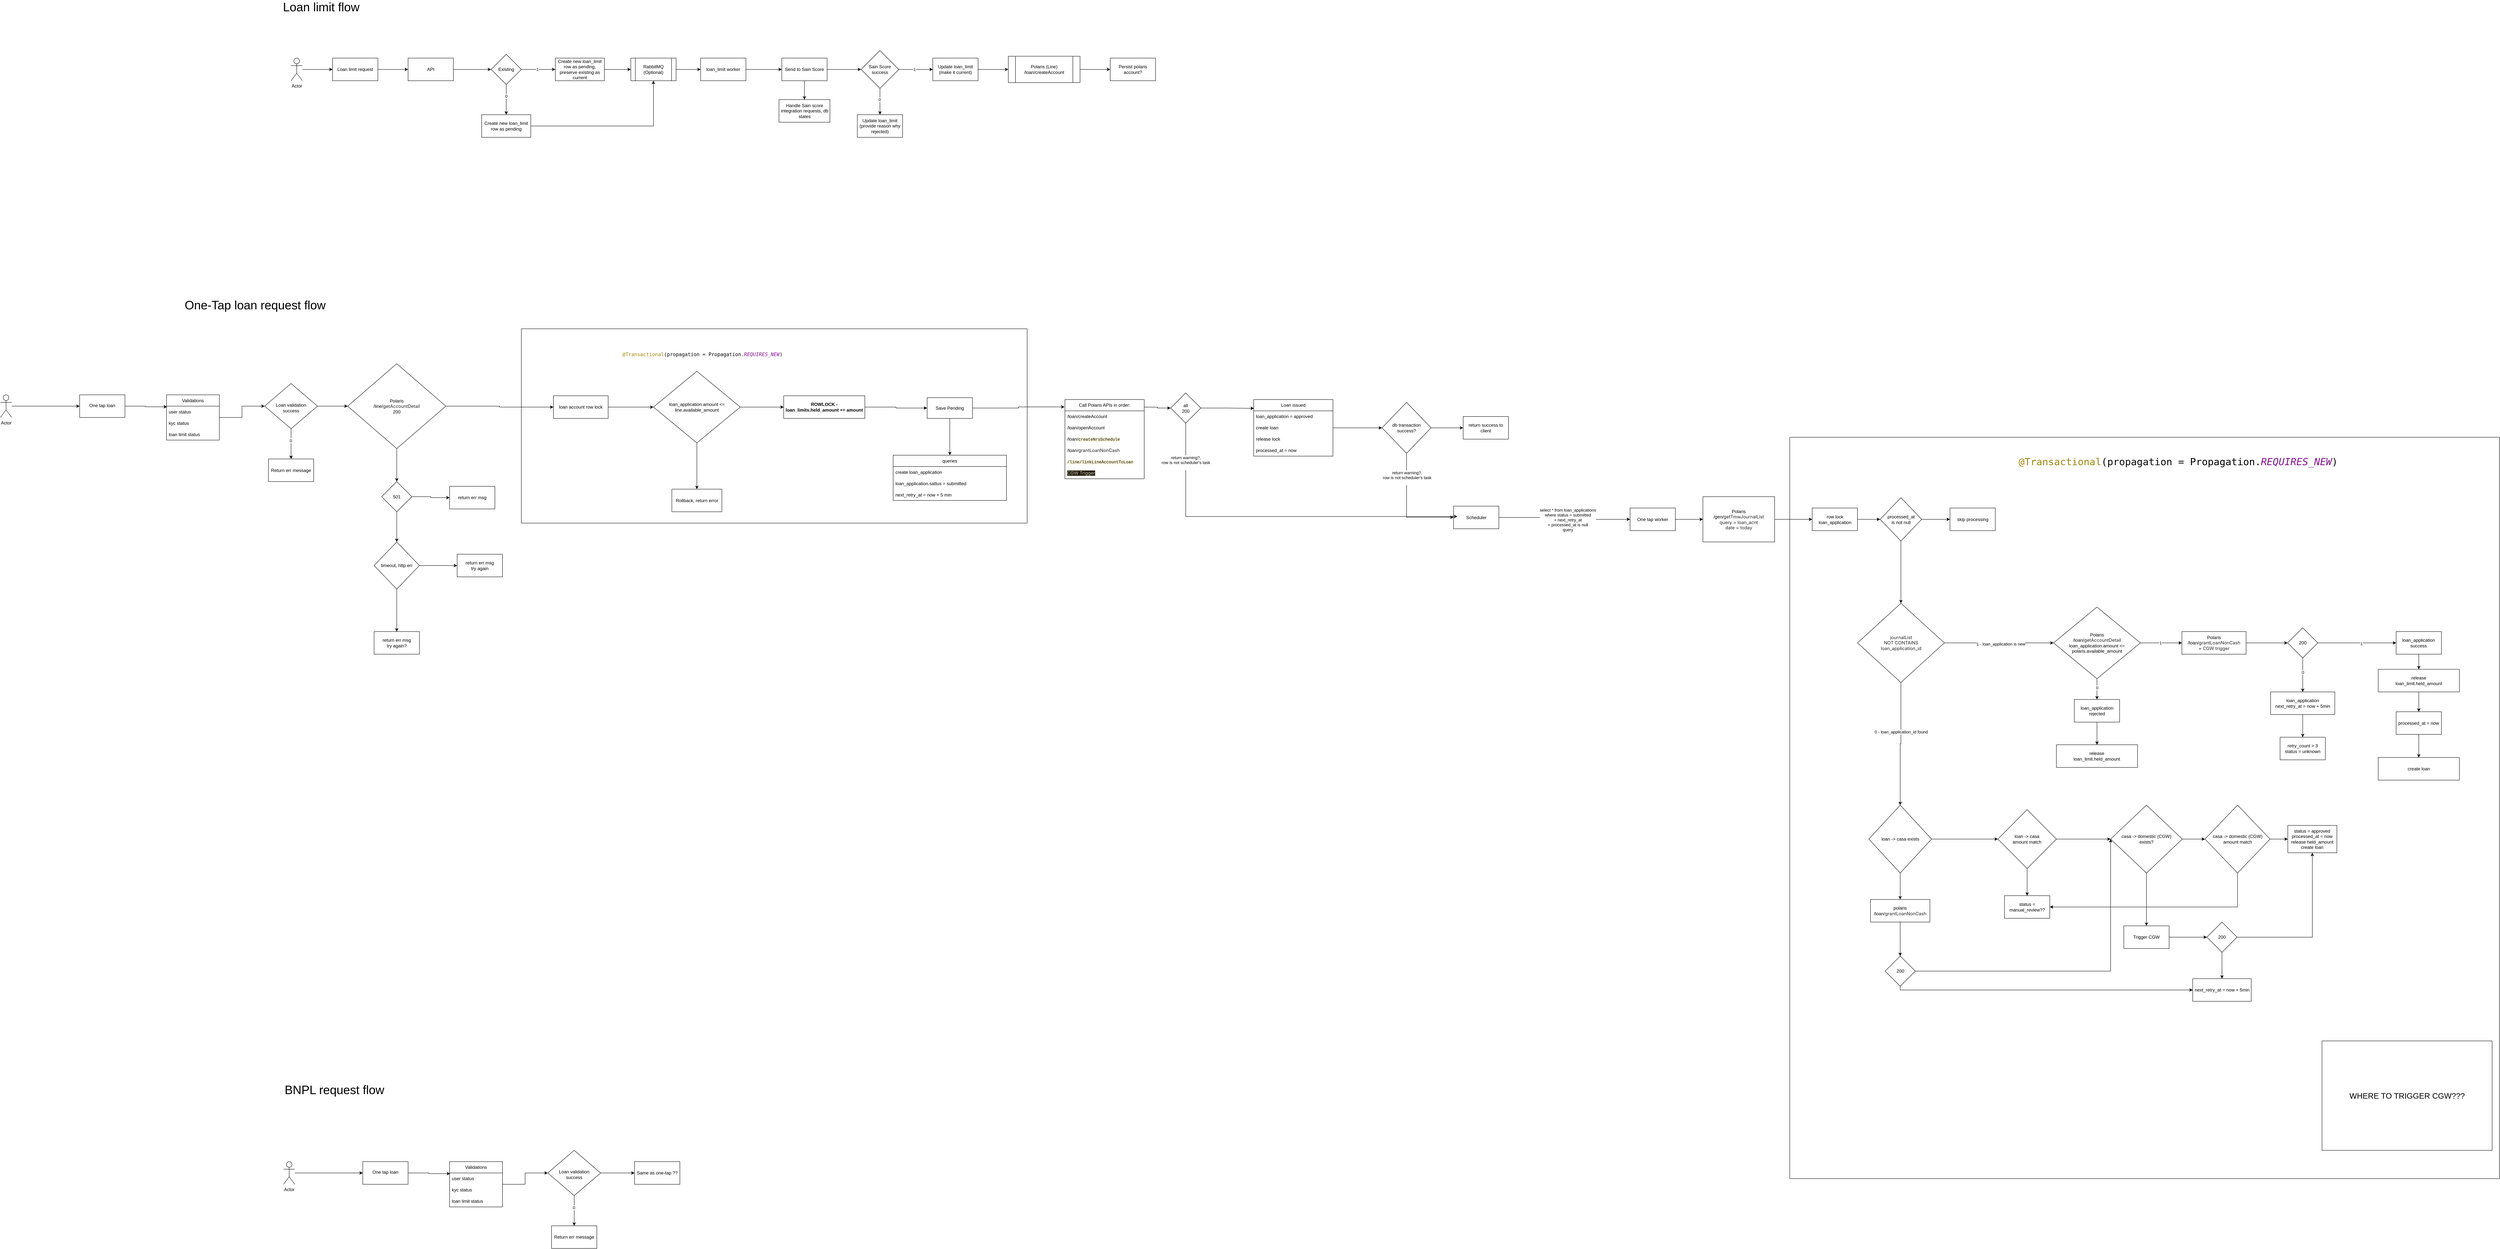
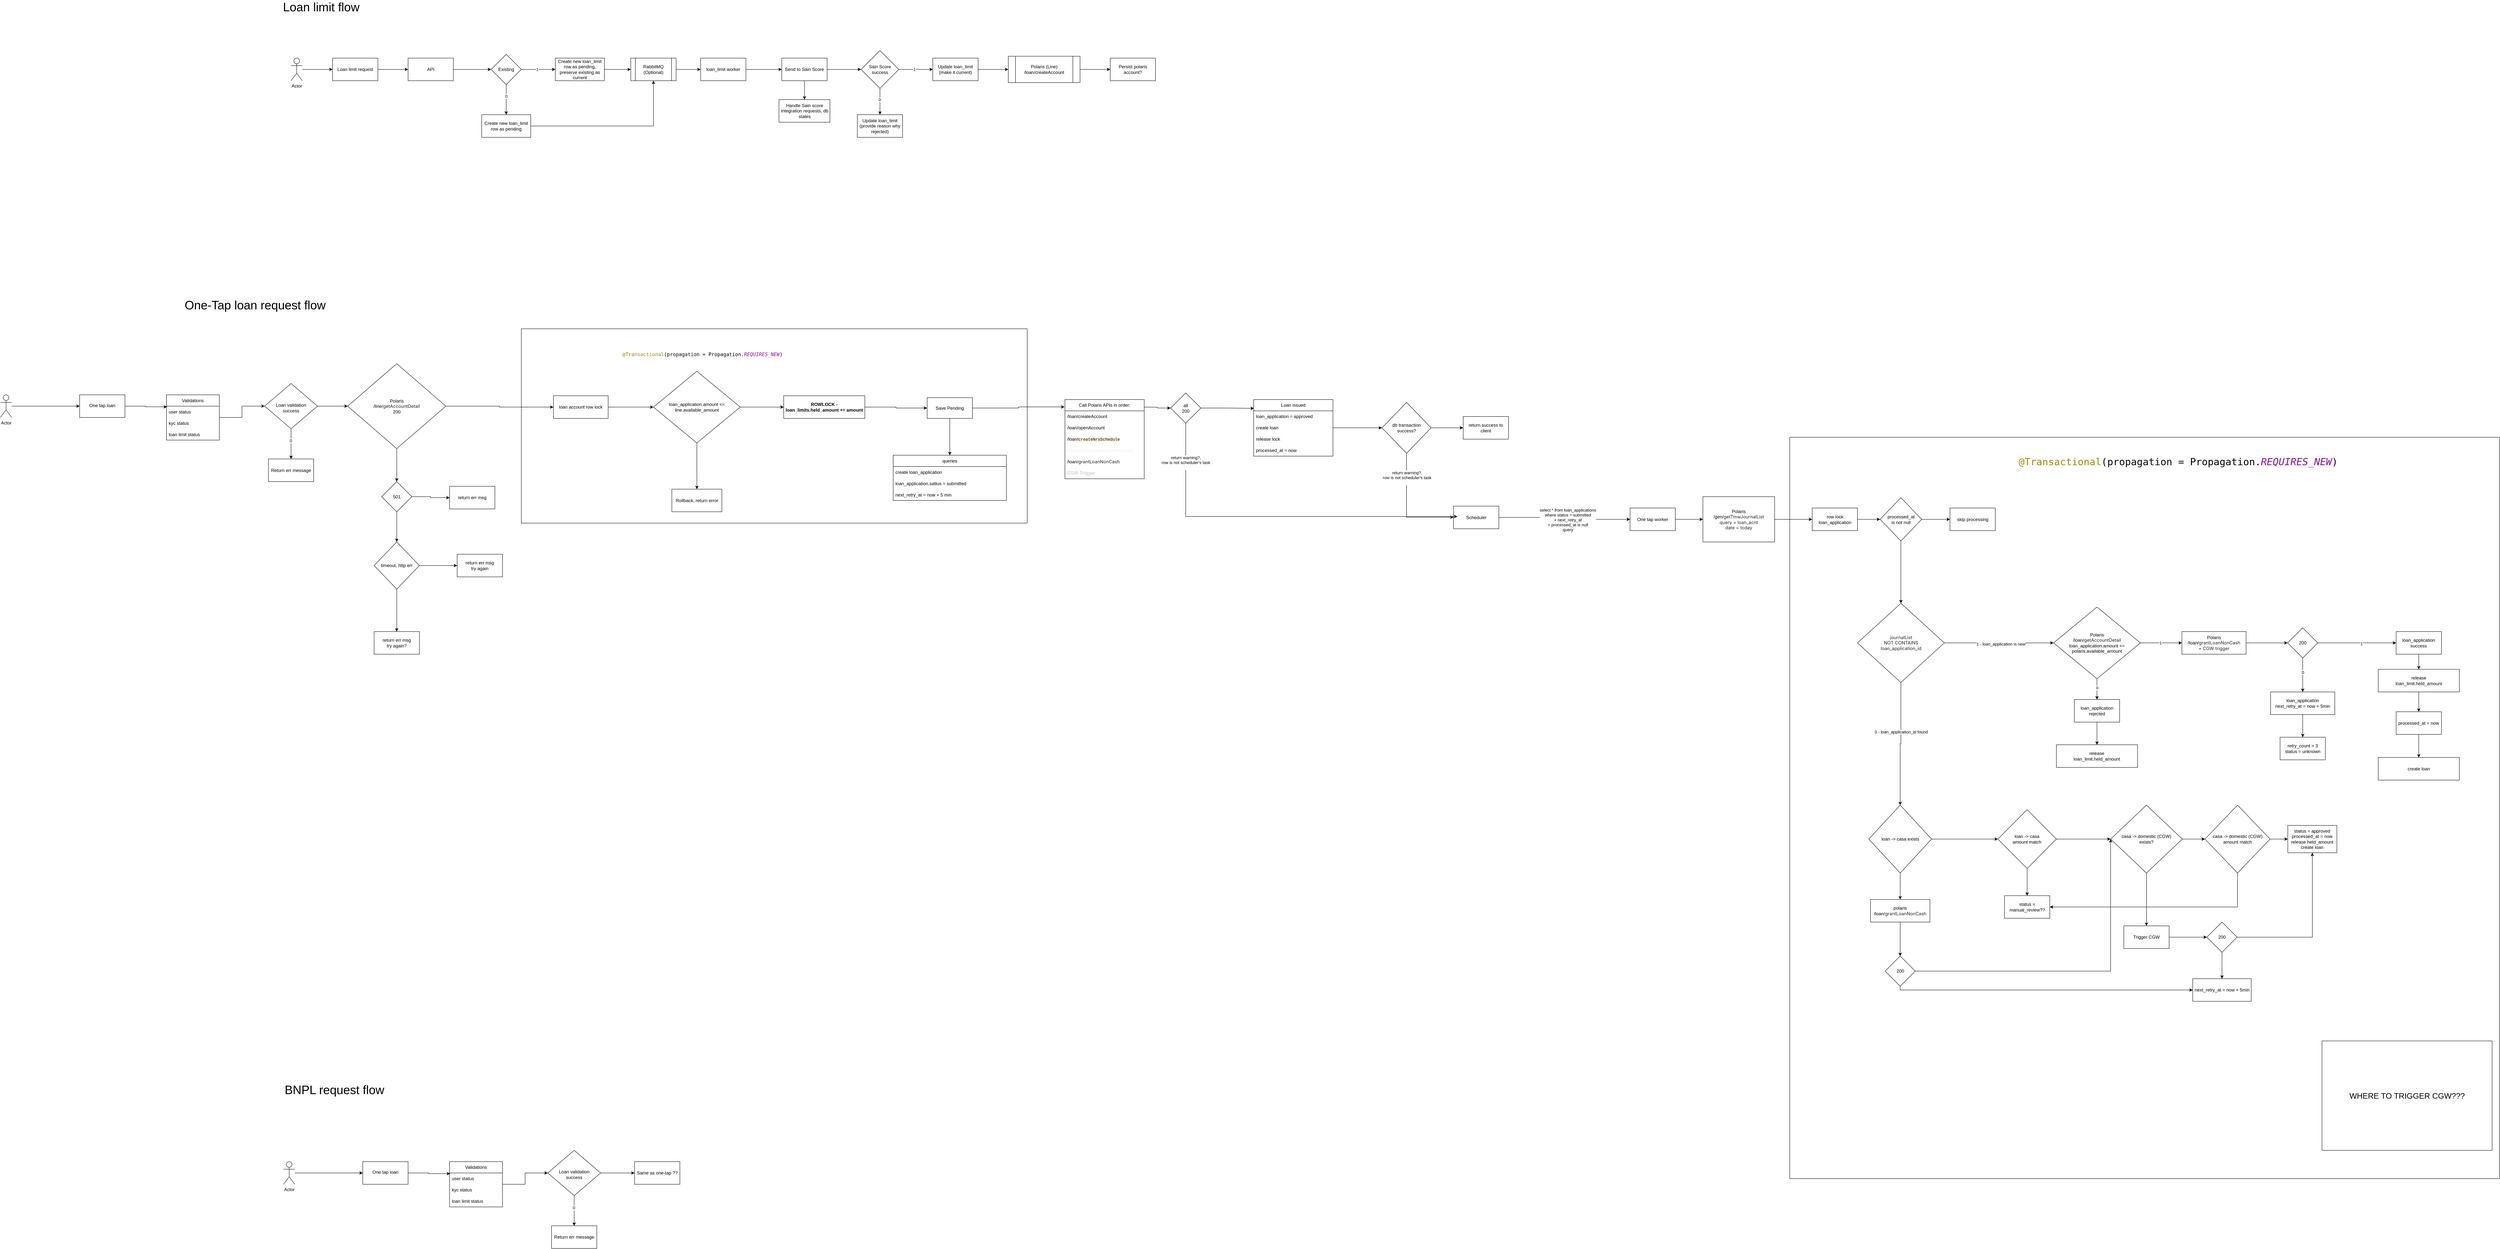
<mxfile host="app.diagrams.net">
  <diagram name="Page-1" id="VCBSuIh8bz7kurrQ0Zaz">
-     <mxGraphModel dx="1432" dy="340" grid="1" gridSize="10" guides="1" tooltips="1" connect="1" arrows="1" fold="1" page="1" pageScale="1" pageWidth="850" pageHeight="1100" math="0" shadow="0">
+     <mxGraphModel dx="1615" dy="447" grid="1" gridSize="10" guides="1" tooltips="1" connect="1" arrows="1" fold="1" page="1" pageScale="1" pageWidth="850" pageHeight="1100" math="0" shadow="0">
      <root>
        <mxCell id="0" />
        <mxCell id="1" parent="0" />
        <mxCell id="In8fDh9ZLN2M87an2Miy-188" parent="1" style="rounded=0;whiteSpace=wrap;html=1;movable=0;resizable=0;rotatable=0;deletable=0;editable=0;locked=1;connectable=0;" value="" vertex="1">
          <mxGeometry height="1965" width="1880" x="4010" y="1215" as="geometry" />
        </mxCell>
        <mxCell id="In8fDh9ZLN2M87an2Miy-172" parent="1" style="rounded=0;whiteSpace=wrap;html=1;movable=1;resizable=1;rotatable=1;deletable=1;editable=1;locked=0;connectable=1;" value="" vertex="1">
          <mxGeometry height="515" width="1340" x="650" y="927.5" as="geometry" />
        </mxCell>
        <mxCell id="KqixbsF9o6dLofBvsG9t-5" edge="1" parent="1" source="KqixbsF9o6dLofBvsG9t-1" style="edgeStyle=orthogonalEdgeStyle;rounded=0;orthogonalLoop=1;jettySize=auto;html=1;" target="KqixbsF9o6dLofBvsG9t-4" value="">
          <mxGeometry relative="1" as="geometry" />
        </mxCell>
        <mxCell id="KqixbsF9o6dLofBvsG9t-1" parent="1" style="rounded=0;whiteSpace=wrap;html=1;" value="Loan limit request" vertex="1">
          <mxGeometry height="60" width="120" x="150" y="210" as="geometry" />
        </mxCell>
        <mxCell id="KqixbsF9o6dLofBvsG9t-3" edge="1" parent="1" source="KqixbsF9o6dLofBvsG9t-2" style="edgeStyle=orthogonalEdgeStyle;rounded=0;orthogonalLoop=1;jettySize=auto;html=1;" target="KqixbsF9o6dLofBvsG9t-1" value="">
          <mxGeometry relative="1" as="geometry" />
        </mxCell>
        <mxCell id="KqixbsF9o6dLofBvsG9t-2" parent="1" style="shape=umlActor;verticalLabelPosition=bottom;verticalAlign=top;html=1;outlineConnect=0;" value="Actor" vertex="1">
          <mxGeometry height="60" width="30" x="40" y="210" as="geometry" />
        </mxCell>
        <mxCell id="KqixbsF9o6dLofBvsG9t-9" edge="1" parent="1" source="KqixbsF9o6dLofBvsG9t-4" style="edgeStyle=orthogonalEdgeStyle;rounded=0;orthogonalLoop=1;jettySize=auto;html=1;" target="KqixbsF9o6dLofBvsG9t-8" value="">
          <mxGeometry relative="1" as="geometry" />
        </mxCell>
        <mxCell id="KqixbsF9o6dLofBvsG9t-4" parent="1" style="rounded=0;whiteSpace=wrap;html=1;" value="API" vertex="1">
          <mxGeometry height="60" width="120" x="350" y="210" as="geometry" />
        </mxCell>
        <mxCell id="KqixbsF9o6dLofBvsG9t-11" edge="1" parent="1" source="KqixbsF9o6dLofBvsG9t-8" style="edgeStyle=orthogonalEdgeStyle;rounded=0;orthogonalLoop=1;jettySize=auto;html=1;" target="KqixbsF9o6dLofBvsG9t-10" value="">
          <mxGeometry relative="1" as="geometry" />
        </mxCell>
        <mxCell id="KqixbsF9o6dLofBvsG9t-12" connectable="0" parent="KqixbsF9o6dLofBvsG9t-11" style="edgeLabel;html=1;align=center;verticalAlign=middle;resizable=0;points=[];" value="1" vertex="1">
          <mxGeometry relative="1" x="-0.079" as="geometry">
            <mxPoint as="offset" />
          </mxGeometry>
        </mxCell>
        <mxCell id="KqixbsF9o6dLofBvsG9t-14" edge="1" parent="1" source="KqixbsF9o6dLofBvsG9t-8" style="edgeStyle=orthogonalEdgeStyle;rounded=0;orthogonalLoop=1;jettySize=auto;html=1;" target="KqixbsF9o6dLofBvsG9t-13" value="">
          <mxGeometry relative="1" as="geometry" />
        </mxCell>
        <mxCell id="KqixbsF9o6dLofBvsG9t-15" connectable="0" parent="KqixbsF9o6dLofBvsG9t-14" style="edgeLabel;html=1;align=center;verticalAlign=middle;resizable=0;points=[];" value="0" vertex="1">
          <mxGeometry relative="1" x="-0.2407" as="geometry">
            <mxPoint as="offset" />
          </mxGeometry>
        </mxCell>
        <mxCell id="KqixbsF9o6dLofBvsG9t-8" parent="1" style="rhombus;whiteSpace=wrap;html=1;rounded=0;" value="Existing" vertex="1">
          <mxGeometry height="80" width="80" x="570" y="200" as="geometry" />
        </mxCell>
        <mxCell id="KqixbsF9o6dLofBvsG9t-23" edge="1" parent="1" source="KqixbsF9o6dLofBvsG9t-10" style="edgeStyle=orthogonalEdgeStyle;rounded=0;orthogonalLoop=1;jettySize=auto;html=1;" target="KqixbsF9o6dLofBvsG9t-22" value="">
          <mxGeometry relative="1" as="geometry" />
        </mxCell>
        <mxCell id="KqixbsF9o6dLofBvsG9t-10" parent="1" style="whiteSpace=wrap;html=1;rounded=0;" value="Create new loan_limit row as pending, preserve existing as current" vertex="1">
          <mxGeometry height="60" width="130" x="740" y="210" as="geometry" />
        </mxCell>
        <mxCell id="KqixbsF9o6dLofBvsG9t-26" edge="1" parent="1" source="KqixbsF9o6dLofBvsG9t-13" style="edgeStyle=orthogonalEdgeStyle;rounded=0;orthogonalLoop=1;jettySize=auto;html=1;entryX=0.5;entryY=1;entryDx=0;entryDy=0;" target="KqixbsF9o6dLofBvsG9t-22">
          <mxGeometry relative="1" as="geometry" />
        </mxCell>
        <mxCell id="KqixbsF9o6dLofBvsG9t-13" parent="1" style="whiteSpace=wrap;html=1;rounded=0;" value="Create new loan_limit row as pending" vertex="1">
          <mxGeometry height="60" width="130" x="545" y="360" as="geometry" />
        </mxCell>
        <mxCell id="KqixbsF9o6dLofBvsG9t-25" edge="1" parent="1" source="KqixbsF9o6dLofBvsG9t-22" style="edgeStyle=orthogonalEdgeStyle;rounded=0;orthogonalLoop=1;jettySize=auto;html=1;" target="KqixbsF9o6dLofBvsG9t-24" value="">
          <mxGeometry relative="1" as="geometry" />
        </mxCell>
        <mxCell id="KqixbsF9o6dLofBvsG9t-22" parent="1" style="shape=process;whiteSpace=wrap;html=1;backgroundOutline=1;rounded=0;" value="RabbitMQ (Optional)" vertex="1">
          <mxGeometry height="60" width="120" x="940" y="210" as="geometry" />
        </mxCell>
        <mxCell id="KqixbsF9o6dLofBvsG9t-28" edge="1" parent="1" source="KqixbsF9o6dLofBvsG9t-24" style="edgeStyle=orthogonalEdgeStyle;rounded=0;orthogonalLoop=1;jettySize=auto;html=1;" target="KqixbsF9o6dLofBvsG9t-27" value="">
          <mxGeometry relative="1" as="geometry" />
        </mxCell>
        <mxCell id="KqixbsF9o6dLofBvsG9t-24" parent="1" style="whiteSpace=wrap;html=1;rounded=0;" value="loan_limit worker" vertex="1">
          <mxGeometry height="60" width="120" x="1125" y="210" as="geometry" />
        </mxCell>
        <mxCell id="KqixbsF9o6dLofBvsG9t-30" edge="1" parent="1" source="KqixbsF9o6dLofBvsG9t-27" style="edgeStyle=orthogonalEdgeStyle;rounded=0;orthogonalLoop=1;jettySize=auto;html=1;" target="KqixbsF9o6dLofBvsG9t-29" value="">
          <mxGeometry relative="1" as="geometry" />
        </mxCell>
        <mxCell id="KqixbsF9o6dLofBvsG9t-38" edge="1" parent="1" source="KqixbsF9o6dLofBvsG9t-27" style="edgeStyle=orthogonalEdgeStyle;rounded=0;orthogonalLoop=1;jettySize=auto;html=1;" target="KqixbsF9o6dLofBvsG9t-37" value="">
          <mxGeometry relative="1" as="geometry" />
        </mxCell>
        <mxCell id="KqixbsF9o6dLofBvsG9t-27" parent="1" style="whiteSpace=wrap;html=1;rounded=0;" value="Send to Sain Score" vertex="1">
          <mxGeometry height="60" width="120" x="1340" y="210" as="geometry" />
        </mxCell>
        <mxCell id="KqixbsF9o6dLofBvsG9t-32" edge="1" parent="1" source="KqixbsF9o6dLofBvsG9t-29" style="edgeStyle=orthogonalEdgeStyle;rounded=0;orthogonalLoop=1;jettySize=auto;html=1;" target="KqixbsF9o6dLofBvsG9t-31" value="">
          <mxGeometry relative="1" as="geometry" />
        </mxCell>
        <mxCell id="KqixbsF9o6dLofBvsG9t-33" connectable="0" parent="KqixbsF9o6dLofBvsG9t-32" style="edgeLabel;html=1;align=center;verticalAlign=middle;resizable=0;points=[];" value="1" vertex="1">
          <mxGeometry relative="1" x="-0.1048" as="geometry">
            <mxPoint as="offset" />
          </mxGeometry>
        </mxCell>
        <mxCell id="KqixbsF9o6dLofBvsG9t-35" edge="1" parent="1" source="KqixbsF9o6dLofBvsG9t-29" style="edgeStyle=orthogonalEdgeStyle;rounded=0;orthogonalLoop=1;jettySize=auto;html=1;" target="KqixbsF9o6dLofBvsG9t-34" value="">
          <mxGeometry relative="1" as="geometry" />
        </mxCell>
        <mxCell id="KqixbsF9o6dLofBvsG9t-36" connectable="0" parent="KqixbsF9o6dLofBvsG9t-35" style="edgeLabel;html=1;align=center;verticalAlign=middle;resizable=0;points=[];" value="0" vertex="1">
          <mxGeometry relative="1" x="-0.1429" y="-1" as="geometry">
            <mxPoint as="offset" />
          </mxGeometry>
        </mxCell>
        <mxCell id="KqixbsF9o6dLofBvsG9t-29" parent="1" style="rhombus;whiteSpace=wrap;html=1;rounded=0;" value="Sain Score success" vertex="1">
          <mxGeometry height="100" width="100" x="1550" y="190" as="geometry" />
        </mxCell>
        <mxCell id="KqixbsF9o6dLofBvsG9t-66" edge="1" parent="1" source="KqixbsF9o6dLofBvsG9t-31" style="edgeStyle=orthogonalEdgeStyle;rounded=0;orthogonalLoop=1;jettySize=auto;html=1;" target="KqixbsF9o6dLofBvsG9t-65" value="">
          <mxGeometry relative="1" as="geometry" />
        </mxCell>
        <mxCell id="KqixbsF9o6dLofBvsG9t-31" parent="1" style="whiteSpace=wrap;html=1;rounded=0;" value="Update loan_limit (make it current)" vertex="1">
          <mxGeometry height="60" width="120" x="1740" y="210" as="geometry" />
        </mxCell>
        <mxCell id="KqixbsF9o6dLofBvsG9t-34" parent="1" style="whiteSpace=wrap;html=1;rounded=0;" value="Update loan_limit&lt;br&gt;(provide reason why rejected)" vertex="1">
          <mxGeometry height="60" width="120" x="1540" y="360" as="geometry" />
        </mxCell>
        <mxCell id="KqixbsF9o6dLofBvsG9t-37" parent="1" style="whiteSpace=wrap;html=1;rounded=0;" value="Handle Sain score integration requests, db states" vertex="1">
          <mxGeometry height="60" width="135" x="1332.5" y="320" as="geometry" />
        </mxCell>
        <mxCell id="KqixbsF9o6dLofBvsG9t-40" parent="1" style="text;html=1;whiteSpace=wrap;strokeColor=none;fillColor=none;align=center;verticalAlign=middle;rounded=0;fontSize=32;" value="Loan limit flow" vertex="1">
          <mxGeometry height="30" width="260" x="-10" y="60" as="geometry" />
        </mxCell>
        <mxCell id="KqixbsF9o6dLofBvsG9t-74" edge="1" parent="1" source="KqixbsF9o6dLofBvsG9t-65" style="edgeStyle=orthogonalEdgeStyle;rounded=0;orthogonalLoop=1;jettySize=auto;html=1;" target="KqixbsF9o6dLofBvsG9t-73" value="">
          <mxGeometry relative="1" as="geometry" />
        </mxCell>
        <mxCell id="KqixbsF9o6dLofBvsG9t-65" parent="1" style="shape=process;whiteSpace=wrap;html=1;backgroundOutline=1;rounded=0;" value="Polaris (Line)&lt;br&gt;/loan/createAccount" vertex="1">
          <mxGeometry height="70" width="190" x="1940" y="205" as="geometry" />
        </mxCell>
        <mxCell id="KqixbsF9o6dLofBvsG9t-73" parent="1" style="whiteSpace=wrap;html=1;rounded=0;" value="Persist polaris account?" vertex="1">
          <mxGeometry height="60" width="120" x="2210" y="210" as="geometry" />
        </mxCell>
        <mxCell id="U8Ajh8Gpa-m2DNKNFQys-1" parent="1" style="text;html=1;whiteSpace=wrap;strokeColor=none;fillColor=none;align=center;verticalAlign=middle;rounded=0;fontSize=32;" value="One-Tap loan request flow" vertex="1">
          <mxGeometry height="30" width="470" x="-290" y="850" as="geometry" />
        </mxCell>
        <mxCell id="In8fDh9ZLN2M87an2Miy-1" edge="1" parent="1" source="In8fDh9ZLN2M87an2Miy-2" style="edgeStyle=orthogonalEdgeStyle;rounded=0;orthogonalLoop=1;jettySize=auto;html=1;" target="In8fDh9ZLN2M87an2Miy-4" value="">
          <mxGeometry relative="1" as="geometry" />
        </mxCell>
        <mxCell id="In8fDh9ZLN2M87an2Miy-2" parent="1" style="shape=umlActor;verticalLabelPosition=bottom;verticalAlign=top;html=1;outlineConnect=0;" value="Actor" vertex="1">
          <mxGeometry height="60" width="30" x="-730" y="1102.5" as="geometry" />
        </mxCell>
        <mxCell id="In8fDh9ZLN2M87an2Miy-3" edge="1" parent="1" source="In8fDh9ZLN2M87an2Miy-4" style="edgeStyle=orthogonalEdgeStyle;rounded=0;orthogonalLoop=1;jettySize=auto;html=1;entryX=0.011;entryY=0.06;entryDx=0;entryDy=0;entryPerimeter=0;" target="In8fDh9ZLN2M87an2Miy-28" value="">
          <mxGeometry relative="1" as="geometry">
            <mxPoint x="-310" y="1132.5" as="targetPoint" />
          </mxGeometry>
        </mxCell>
        <mxCell id="In8fDh9ZLN2M87an2Miy-4" parent="1" style="whiteSpace=wrap;html=1;verticalAlign=top;" value="&lt;div&gt;&lt;br&gt;&lt;/div&gt;&lt;div&gt;One tap loan&lt;/div&gt;" vertex="1">
          <mxGeometry height="60" width="120" x="-520" y="1102.5" as="geometry" />
        </mxCell>
        <mxCell id="In8fDh9ZLN2M87an2Miy-7" edge="1" parent="1" source="In8fDh9ZLN2M87an2Miy-9" style="edgeStyle=orthogonalEdgeStyle;rounded=0;orthogonalLoop=1;jettySize=auto;html=1;" target="In8fDh9ZLN2M87an2Miy-13" value="">
          <mxGeometry relative="1" as="geometry" />
        </mxCell>
        <mxCell id="In8fDh9ZLN2M87an2Miy-8" connectable="0" parent="In8fDh9ZLN2M87an2Miy-7" style="edgeLabel;html=1;align=center;verticalAlign=middle;resizable=0;points=[];" value="0" vertex="1">
          <mxGeometry relative="1" x="-0.2091" y="-1" as="geometry">
            <mxPoint as="offset" />
          </mxGeometry>
        </mxCell>
        <mxCell id="In8fDh9ZLN2M87an2Miy-230" edge="1" parent="1" source="In8fDh9ZLN2M87an2Miy-9" style="edgeStyle=orthogonalEdgeStyle;rounded=0;orthogonalLoop=1;jettySize=auto;html=1;" target="In8fDh9ZLN2M87an2Miy-228">
          <mxGeometry relative="1" as="geometry" />
        </mxCell>
        <mxCell id="In8fDh9ZLN2M87an2Miy-9" parent="1" style="rhombus;whiteSpace=wrap;html=1;verticalAlign=top;" value="&lt;br&gt;&lt;br&gt;&lt;div&gt;&lt;br&gt;&lt;/div&gt;&lt;div&gt;Loan validation&lt;br&gt;success&lt;/div&gt;" vertex="1">
          <mxGeometry height="120" width="140" x="-30" y="1072.5" as="geometry" />
        </mxCell>
        <mxCell id="In8fDh9ZLN2M87an2Miy-10" edge="1" parent="1" source="In8fDh9ZLN2M87an2Miy-12" style="edgeStyle=orthogonalEdgeStyle;rounded=0;orthogonalLoop=1;jettySize=auto;html=1;entryX=0.5;entryY=0;entryDx=0;entryDy=0;" target="In8fDh9ZLN2M87an2Miy-14">
          <mxGeometry relative="1" as="geometry" />
        </mxCell>
        <mxCell id="In8fDh9ZLN2M87an2Miy-54" edge="1" parent="1" source="In8fDh9ZLN2M87an2Miy-105" style="edgeStyle=orthogonalEdgeStyle;rounded=0;orthogonalLoop=1;jettySize=auto;html=1;exitX=1;exitY=0.5;exitDx=0;exitDy=0;" target="In8fDh9ZLN2M87an2Miy-53" value="">
          <mxGeometry relative="1" as="geometry">
            <mxPoint x="3329.5" y="1432.5" as="sourcePoint" />
          </mxGeometry>
        </mxCell>
        <mxCell id="In8fDh9ZLN2M87an2Miy-55" connectable="0" parent="In8fDh9ZLN2M87an2Miy-54" style="edgeLabel;html=1;align=center;verticalAlign=middle;resizable=0;points=[];" value="select * from loan_applications&lt;br&gt;where status = submitted&lt;br&gt;+ next_retry_at&lt;br&gt;+ processed_at is null&lt;br&gt;query" vertex="1">
          <mxGeometry relative="1" x="0.0637" y="-1" as="geometry">
            <mxPoint as="offset" />
          </mxGeometry>
        </mxCell>
        <mxCell id="In8fDh9ZLN2M87an2Miy-246" edge="1" parent="1" source="In8fDh9ZLN2M87an2Miy-12" style="edgeStyle=orthogonalEdgeStyle;rounded=0;orthogonalLoop=1;jettySize=auto;html=1;entryX=-0.006;entryY=0.093;entryDx=0;entryDy=0;entryPerimeter=0;" target="In8fDh9ZLN2M87an2Miy-247">
          <mxGeometry relative="1" as="geometry">
            <mxPoint x="2090" y="1137.5" as="targetPoint" />
          </mxGeometry>
        </mxCell>
        <mxCell id="In8fDh9ZLN2M87an2Miy-12" parent="1" style="whiteSpace=wrap;html=1;verticalAlign=middle;" value="Save Pending" vertex="1">
          <mxGeometry height="55" width="120" x="1725" y="1110" as="geometry" />
        </mxCell>
        <mxCell id="In8fDh9ZLN2M87an2Miy-13" parent="1" style="whiteSpace=wrap;html=1;verticalAlign=middle;" value="Return err message" vertex="1">
          <mxGeometry height="60" width="120" x="-20" y="1272.5" as="geometry" />
        </mxCell>
        <mxCell id="In8fDh9ZLN2M87an2Miy-14" parent="1" style="swimlane;fontStyle=0;childLayout=stackLayout;horizontal=1;startSize=30;horizontalStack=0;resizeParent=1;resizeParentMax=0;resizeLast=0;collapsible=1;marginBottom=0;whiteSpace=wrap;html=1;" value="queries" vertex="1">
          <mxGeometry height="120" width="300" x="1635" y="1262.5" as="geometry" />
        </mxCell>
        <mxCell id="In8fDh9ZLN2M87an2Miy-15" parent="In8fDh9ZLN2M87an2Miy-14" style="text;strokeColor=none;fillColor=none;align=left;verticalAlign=middle;spacingLeft=4;spacingRight=4;overflow=hidden;points=[[0,0.5],[1,0.5]];portConstraint=eastwest;rotatable=0;whiteSpace=wrap;html=1;" value="create loan_application" vertex="1">
          <mxGeometry height="30" width="300" y="30" as="geometry" />
        </mxCell>
        <mxCell id="In8fDh9ZLN2M87an2Miy-104" parent="In8fDh9ZLN2M87an2Miy-14" style="text;strokeColor=none;fillColor=none;align=left;verticalAlign=middle;spacingLeft=4;spacingRight=4;overflow=hidden;points=[[0,0.5],[1,0.5]];portConstraint=eastwest;rotatable=0;whiteSpace=wrap;html=1;" value="loan_application.sattus = submitted" vertex="1">
          <mxGeometry height="30" width="300" y="60" as="geometry" />
        </mxCell>
        <mxCell id="In8fDh9ZLN2M87an2Miy-17" parent="In8fDh9ZLN2M87an2Miy-14" style="text;strokeColor=none;fillColor=none;align=left;verticalAlign=middle;spacingLeft=4;spacingRight=4;overflow=hidden;points=[[0,0.5],[1,0.5]];portConstraint=eastwest;rotatable=0;whiteSpace=wrap;html=1;" value="next_retry_at = now + 5 min" vertex="1">
          <mxGeometry height="30" width="300" y="90" as="geometry" />
        </mxCell>
        <mxCell id="In8fDh9ZLN2M87an2Miy-32" edge="1" parent="1" source="In8fDh9ZLN2M87an2Miy-27" style="edgeStyle=orthogonalEdgeStyle;rounded=0;orthogonalLoop=1;jettySize=auto;html=1;entryX=0;entryY=0.5;entryDx=0;entryDy=0;" target="In8fDh9ZLN2M87an2Miy-9">
          <mxGeometry relative="1" as="geometry" />
        </mxCell>
        <mxCell id="In8fDh9ZLN2M87an2Miy-27" parent="1" style="swimlane;fontStyle=0;childLayout=stackLayout;horizontal=1;startSize=30;horizontalStack=0;resizeParent=1;resizeParentMax=0;resizeLast=0;collapsible=1;marginBottom=0;whiteSpace=wrap;html=1;" value="Validations" vertex="1">
          <mxGeometry height="120" width="140" x="-290" y="1102.5" as="geometry" />
        </mxCell>
        <mxCell id="In8fDh9ZLN2M87an2Miy-28" parent="In8fDh9ZLN2M87an2Miy-27" style="text;strokeColor=none;fillColor=none;align=left;verticalAlign=middle;spacingLeft=4;spacingRight=4;overflow=hidden;points=[[0,0.5],[1,0.5]];portConstraint=eastwest;rotatable=0;whiteSpace=wrap;html=1;" value="user status" vertex="1">
          <mxGeometry height="30" width="140" y="30" as="geometry" />
        </mxCell>
        <mxCell id="In8fDh9ZLN2M87an2Miy-29" parent="In8fDh9ZLN2M87an2Miy-27" style="text;strokeColor=none;fillColor=none;align=left;verticalAlign=middle;spacingLeft=4;spacingRight=4;overflow=hidden;points=[[0,0.5],[1,0.5]];portConstraint=eastwest;rotatable=0;whiteSpace=wrap;html=1;" value="kyc status" vertex="1">
          <mxGeometry height="30" width="140" y="60" as="geometry" />
        </mxCell>
        <mxCell id="In8fDh9ZLN2M87an2Miy-33" parent="In8fDh9ZLN2M87an2Miy-27" style="text;strokeColor=none;fillColor=none;align=left;verticalAlign=middle;spacingLeft=4;spacingRight=4;overflow=hidden;points=[[0,0.5],[1,0.5]];portConstraint=eastwest;rotatable=0;whiteSpace=wrap;html=1;" value="loan limit status" vertex="1">
          <mxGeometry height="30" width="140" y="90" as="geometry" />
        </mxCell>
        <mxCell id="In8fDh9ZLN2M87an2Miy-116" edge="1" parent="1" source="In8fDh9ZLN2M87an2Miy-53" style="edgeStyle=orthogonalEdgeStyle;rounded=0;orthogonalLoop=1;jettySize=auto;html=1;entryX=0;entryY=0.5;entryDx=0;entryDy=0;" target="In8fDh9ZLN2M87an2Miy-68">
          <mxGeometry relative="1" as="geometry" />
        </mxCell>
        <mxCell id="In8fDh9ZLN2M87an2Miy-53" parent="1" style="whiteSpace=wrap;html=1;" value="One tap worker" vertex="1">
          <mxGeometry height="60" width="120" x="3587" y="1402.5" as="geometry" />
        </mxCell>
        <mxCell id="In8fDh9ZLN2M87an2Miy-67" edge="1" parent="1" source="In8fDh9ZLN2M87an2Miy-58" style="edgeStyle=orthogonalEdgeStyle;rounded=0;orthogonalLoop=1;jettySize=auto;html=1;entryX=0;entryY=0.5;entryDx=0;entryDy=0;" target="In8fDh9ZLN2M87an2Miy-66" value="">
          <mxGeometry relative="1" as="geometry">
            <mxPoint x="5343.87" y="1760" as="targetPoint" />
          </mxGeometry>
        </mxCell>
        <mxCell id="In8fDh9ZLN2M87an2Miy-58" parent="1" style="whiteSpace=wrap;html=1;" value="Polaris /loan/&lt;span style=&quot;color: rgb(33, 33, 33); font-family: Inter, system-ui, -apple-system, &amp;quot;system-ui&amp;quot;, &amp;quot;Segoe UI&amp;quot;, Roboto, Oxygen, Ubuntu, Cantarell, &amp;quot;Fira Sans&amp;quot;, &amp;quot;Droid Sans&amp;quot;, Helvetica, Arial, sans-serif; text-align: left; white-space: pre-wrap; background-color: rgb(255, 255, 255);&quot;&gt;grantLoanNonCash&lt;br/&gt;+ CGW trigger&lt;/span&gt;" vertex="1">
          <mxGeometry height="60" width="170" x="5048.87" y="1730" as="geometry" />
        </mxCell>
        <mxCell id="In8fDh9ZLN2M87an2Miy-62" edge="1" parent="1" source="In8fDh9ZLN2M87an2Miy-59" style="edgeStyle=orthogonalEdgeStyle;rounded=0;orthogonalLoop=1;jettySize=auto;html=1;" target="In8fDh9ZLN2M87an2Miy-61" value="">
          <mxGeometry relative="1" as="geometry" />
        </mxCell>
        <mxCell id="In8fDh9ZLN2M87an2Miy-91" connectable="0" parent="In8fDh9ZLN2M87an2Miy-62" style="edgeLabel;html=1;align=center;verticalAlign=middle;resizable=0;points=[];" value="0" vertex="1">
          <mxGeometry relative="1" x="-0.1431" as="geometry">
            <mxPoint as="offset" />
          </mxGeometry>
        </mxCell>
        <mxCell id="In8fDh9ZLN2M87an2Miy-65" edge="1" parent="1" source="In8fDh9ZLN2M87an2Miy-59" style="edgeStyle=orthogonalEdgeStyle;rounded=0;orthogonalLoop=1;jettySize=auto;html=1;" target="In8fDh9ZLN2M87an2Miy-58">
          <mxGeometry relative="1" as="geometry" />
        </mxCell>
        <mxCell id="In8fDh9ZLN2M87an2Miy-90" connectable="0" parent="In8fDh9ZLN2M87an2Miy-65" style="edgeLabel;html=1;align=center;verticalAlign=middle;resizable=0;points=[];" value="1" vertex="1">
          <mxGeometry relative="1" x="-0.0451" as="geometry">
            <mxPoint as="offset" />
          </mxGeometry>
        </mxCell>
        <mxCell id="In8fDh9ZLN2M87an2Miy-59" parent="1" style="rhombus;whiteSpace=wrap;html=1;" value="Polaris&lt;br&gt;/loan/&lt;span style=&quot;color: rgb(33, 33, 33); font-family: Inter, system-ui, -apple-system, &amp;quot;system-ui&amp;quot;, &amp;quot;Segoe UI&amp;quot;, Roboto, Oxygen, Ubuntu, Cantarell, &amp;quot;Fira Sans&amp;quot;, &amp;quot;Droid Sans&amp;quot;, Helvetica, Arial, sans-serif; text-align: left; white-space: pre-wrap; background-color: rgb(255, 255, 255);&quot;&gt;getAccountDetail&lt;/span&gt;&lt;br&gt;loan_application.amount &amp;lt;= polaris.available_amount" vertex="1">
          <mxGeometry height="190" width="230" x="4708.87" y="1665" as="geometry" />
        </mxCell>
        <mxCell id="In8fDh9ZLN2M87an2Miy-64" edge="1" parent="1" source="In8fDh9ZLN2M87an2Miy-61" style="edgeStyle=orthogonalEdgeStyle;rounded=0;orthogonalLoop=1;jettySize=auto;html=1;" target="In8fDh9ZLN2M87an2Miy-63" value="">
          <mxGeometry relative="1" as="geometry" />
        </mxCell>
        <mxCell id="In8fDh9ZLN2M87an2Miy-61" parent="1" style="whiteSpace=wrap;html=1;" value="loan_application&lt;br&gt;rejected" vertex="1">
          <mxGeometry height="60" width="120" x="4763.87" y="1910" as="geometry" />
        </mxCell>
        <mxCell id="In8fDh9ZLN2M87an2Miy-63" parent="1" style="whiteSpace=wrap;html=1;" value="release &lt;br&gt;loan_limit.held_amount" vertex="1">
          <mxGeometry height="60" width="215" x="4716.37" y="2030" as="geometry" />
        </mxCell>
        <mxCell id="In8fDh9ZLN2M87an2Miy-81" edge="1" parent="1" source="In8fDh9ZLN2M87an2Miy-66" style="edgeStyle=orthogonalEdgeStyle;rounded=0;orthogonalLoop=1;jettySize=auto;html=1;entryX=0;entryY=0.5;entryDx=0;entryDy=0;" target="In8fDh9ZLN2M87an2Miy-79">
          <mxGeometry relative="1" as="geometry" />
        </mxCell>
        <mxCell id="In8fDh9ZLN2M87an2Miy-92" connectable="0" parent="In8fDh9ZLN2M87an2Miy-81" style="edgeLabel;html=1;align=center;verticalAlign=middle;resizable=0;points=[];" value="1" vertex="1">
          <mxGeometry relative="1" x="0.1055" y="-2" as="geometry">
            <mxPoint as="offset" />
          </mxGeometry>
        </mxCell>
        <mxCell id="In8fDh9ZLN2M87an2Miy-83" edge="1" parent="1" source="In8fDh9ZLN2M87an2Miy-66" style="edgeStyle=orthogonalEdgeStyle;rounded=0;orthogonalLoop=1;jettySize=auto;html=1;" target="In8fDh9ZLN2M87an2Miy-82" value="">
          <mxGeometry relative="1" as="geometry" />
        </mxCell>
        <mxCell id="In8fDh9ZLN2M87an2Miy-93" connectable="0" parent="In8fDh9ZLN2M87an2Miy-83" style="edgeLabel;html=1;align=center;verticalAlign=middle;resizable=0;points=[];" value="0" vertex="1">
          <mxGeometry relative="1" x="-0.1623" as="geometry">
            <mxPoint as="offset" />
          </mxGeometry>
        </mxCell>
        <mxCell id="In8fDh9ZLN2M87an2Miy-66" parent="1" style="rhombus;whiteSpace=wrap;html=1;" value="200" vertex="1">
          <mxGeometry height="80" width="80" x="5328.87" y="1720" as="geometry" />
        </mxCell>
        <mxCell id="In8fDh9ZLN2M87an2Miy-119" edge="1" parent="1" source="In8fDh9ZLN2M87an2Miy-68" style="edgeStyle=orthogonalEdgeStyle;rounded=0;orthogonalLoop=1;jettySize=auto;html=1;" target="In8fDh9ZLN2M87an2Miy-118" value="">
          <mxGeometry relative="1" as="geometry" />
        </mxCell>
        <mxCell id="In8fDh9ZLN2M87an2Miy-68" parent="1" style="whiteSpace=wrap;html=1;" value="Polaris&lt;br&gt;/gen/&lt;span style=&quot;white-space: pre-wrap; color: rgb(33, 33, 33); font-family: Inter, system-ui, -apple-system, &amp;quot;system-ui&amp;quot;, &amp;quot;Segoe UI&amp;quot;, Roboto, Oxygen, Ubuntu, Cantarell, &amp;quot;Fira Sans&amp;quot;, &amp;quot;Droid Sans&amp;quot;, Helvetica, Arial, sans-serif; text-align: left; background-color: rgb(255, 255, 255);&quot;&gt;getTmwJournalList&lt;br&gt;query = loan_acnt&lt;br/&gt;date = today&lt;/span&gt;" vertex="1">
          <mxGeometry height="120" width="190" x="3780" y="1372.5" as="geometry" />
        </mxCell>
        <mxCell id="In8fDh9ZLN2M87an2Miy-71" edge="1" parent="1" source="In8fDh9ZLN2M87an2Miy-69" style="edgeStyle=orthogonalEdgeStyle;rounded=0;orthogonalLoop=1;jettySize=auto;html=1;entryX=0;entryY=0.5;entryDx=0;entryDy=0;" target="In8fDh9ZLN2M87an2Miy-59">
          <mxGeometry relative="1" as="geometry" />
        </mxCell>
        <mxCell id="In8fDh9ZLN2M87an2Miy-77" connectable="0" parent="In8fDh9ZLN2M87an2Miy-71" style="edgeLabel;html=1;align=center;verticalAlign=middle;resizable=0;points=[];" value="1 - loan_application is new" vertex="1">
          <mxGeometry relative="1" x="0.0312" y="-3" as="geometry">
            <mxPoint as="offset" />
          </mxGeometry>
        </mxCell>
        <mxCell id="In8fDh9ZLN2M87an2Miy-73" edge="1" parent="1" source="In8fDh9ZLN2M87an2Miy-69" style="edgeStyle=orthogonalEdgeStyle;rounded=0;orthogonalLoop=1;jettySize=auto;html=1;entryX=0.5;entryY=0;entryDx=0;entryDy=0;" target="In8fDh9ZLN2M87an2Miy-111" value="">
          <mxGeometry relative="1" as="geometry">
            <mxPoint x="4303.87" y="1960" as="targetPoint" />
          </mxGeometry>
        </mxCell>
        <mxCell id="In8fDh9ZLN2M87an2Miy-74" connectable="0" parent="In8fDh9ZLN2M87an2Miy-73" style="edgeLabel;html=1;align=center;verticalAlign=middle;resizable=0;points=[];" value="0 - loan_application_id found" vertex="1">
          <mxGeometry relative="1" x="-0.1975" as="geometry">
            <mxPoint as="offset" />
          </mxGeometry>
        </mxCell>
        <mxCell id="In8fDh9ZLN2M87an2Miy-69" parent="1" style="rhombus;whiteSpace=wrap;html=1;verticalAlign=middle;" value="&lt;div style=&quot;text-align: center;&quot;&gt;&lt;span style=&quot;background-color: light-dark(rgb(255, 255, 255), rgb(18, 18, 18)); color: light-dark(rgb(33, 33, 33), rgb(209, 209, 209)); font-family: Inter, system-ui, -apple-system, &amp;quot;system-ui&amp;quot;, &amp;quot;Segoe UI&amp;quot;, Roboto, Oxygen, Ubuntu, Cantarell, &amp;quot;Fira Sans&amp;quot;, &amp;quot;Droid Sans&amp;quot;, Helvetica, Arial, sans-serif; text-align: left; white-space: pre-wrap;&quot;&gt;journalList&lt;br&gt;NOT CONTAINS&lt;/span&gt;&lt;/div&gt;&lt;span style=&quot;white-space: pre-wrap; color: rgb(33, 33, 33); font-family: Inter, system-ui, -apple-system, &amp;quot;system-ui&amp;quot;, &amp;quot;Segoe UI&amp;quot;, Roboto, Oxygen, Ubuntu, Cantarell, &amp;quot;Fira Sans&amp;quot;, &amp;quot;Droid Sans&amp;quot;, Helvetica, Arial, sans-serif; text-align: left; background-color: rgb(255, 255, 255);&quot;&gt;loan_application_id&lt;/span&gt;" vertex="1">
          <mxGeometry height="210" width="230" x="4189.5" y="1655" as="geometry" />
        </mxCell>
        <mxCell id="In8fDh9ZLN2M87an2Miy-78" edge="1" parent="1" source="In8fDh9ZLN2M87an2Miy-79" style="edgeStyle=orthogonalEdgeStyle;rounded=0;orthogonalLoop=1;jettySize=auto;html=1;" target="In8fDh9ZLN2M87an2Miy-80" value="">
          <mxGeometry relative="1" as="geometry" />
        </mxCell>
        <mxCell id="In8fDh9ZLN2M87an2Miy-79" parent="1" style="whiteSpace=wrap;html=1;" value="loan_application&lt;br&gt;success" vertex="1">
          <mxGeometry height="60" width="120" x="5616.37" y="1730" as="geometry" />
        </mxCell>
        <mxCell id="In8fDh9ZLN2M87an2Miy-132" edge="1" parent="1" source="In8fDh9ZLN2M87an2Miy-80" style="edgeStyle=orthogonalEdgeStyle;rounded=0;orthogonalLoop=1;jettySize=auto;html=1;" target="In8fDh9ZLN2M87an2Miy-131" value="">
          <mxGeometry relative="1" as="geometry" />
        </mxCell>
        <mxCell id="In8fDh9ZLN2M87an2Miy-80" parent="1" style="whiteSpace=wrap;html=1;" value="release &lt;br&gt;loan_limit.held_amount" vertex="1">
          <mxGeometry height="60" width="215" x="5568.87" y="1830" as="geometry" />
        </mxCell>
        <mxCell id="In8fDh9ZLN2M87an2Miy-95" edge="1" parent="1" source="In8fDh9ZLN2M87an2Miy-82" style="edgeStyle=orthogonalEdgeStyle;rounded=0;orthogonalLoop=1;jettySize=auto;html=1;" target="In8fDh9ZLN2M87an2Miy-94" value="">
          <mxGeometry relative="1" as="geometry" />
        </mxCell>
        <mxCell id="In8fDh9ZLN2M87an2Miy-82" parent="1" style="whiteSpace=wrap;html=1;" value="loan_application&lt;br&gt;next_retry_at = now + 5min" vertex="1">
          <mxGeometry height="60" width="170" x="5283.87" y="1890" as="geometry" />
        </mxCell>
        <mxCell id="In8fDh9ZLN2M87an2Miy-88" parent="1" style="whiteSpace=wrap;html=1;" value="create loan" vertex="1">
          <mxGeometry height="60" width="215" x="5568.87" y="2063.75" as="geometry" />
        </mxCell>
        <mxCell id="In8fDh9ZLN2M87an2Miy-94" parent="1" style="whiteSpace=wrap;html=1;" value="retry_count &amp;gt; 3&lt;br&gt;status = unknown" vertex="1">
          <mxGeometry height="60" width="120" x="5308.87" y="2010" as="geometry" />
        </mxCell>
        <mxCell id="In8fDh9ZLN2M87an2Miy-105" parent="1" style="rounded=0;whiteSpace=wrap;html=1;" value="Scheduler" vertex="1">
          <mxGeometry height="60" width="120" x="3119.5" y="1397.5" as="geometry" />
        </mxCell>
        <mxCell id="In8fDh9ZLN2M87an2Miy-127" edge="1" parent="1" source="In8fDh9ZLN2M87an2Miy-111" style="edgeStyle=orthogonalEdgeStyle;rounded=0;orthogonalLoop=1;jettySize=auto;html=1;" target="In8fDh9ZLN2M87an2Miy-126" value="">
          <mxGeometry relative="1" as="geometry" />
        </mxCell>
        <mxCell id="In8fDh9ZLN2M87an2Miy-135" edge="1" parent="1" source="In8fDh9ZLN2M87an2Miy-111" style="edgeStyle=orthogonalEdgeStyle;rounded=0;orthogonalLoop=1;jettySize=auto;html=1;entryX=0;entryY=0.5;entryDx=0;entryDy=0;" target="In8fDh9ZLN2M87an2Miy-222">
          <mxGeometry relative="1" as="geometry">
            <mxPoint x="4520" y="2280" as="targetPoint" />
          </mxGeometry>
        </mxCell>
        <mxCell id="In8fDh9ZLN2M87an2Miy-111" parent="1" style="rhombus;whiteSpace=wrap;html=1;" value="loan -&amp;gt; casa exists" vertex="1">
          <mxGeometry height="180" width="166.25" x="4219.5" y="2190" as="geometry" />
        </mxCell>
        <mxCell id="In8fDh9ZLN2M87an2Miy-113" parent="1" style="whiteSpace=wrap;html=1;" value="status = approved&lt;br&gt;processed_at = now&lt;br&gt;release held_amount&lt;br&gt;create loan" vertex="1">
          <mxGeometry height="72.5" width="130" x="5329.37" y="2243.75" as="geometry" />
        </mxCell>
        <mxCell id="In8fDh9ZLN2M87an2Miy-122" edge="1" parent="1" source="In8fDh9ZLN2M87an2Miy-118" style="edgeStyle=orthogonalEdgeStyle;rounded=0;orthogonalLoop=1;jettySize=auto;html=1;" target="In8fDh9ZLN2M87an2Miy-121" value="">
          <mxGeometry relative="1" as="geometry" />
        </mxCell>
        <mxCell id="In8fDh9ZLN2M87an2Miy-118" parent="1" style="whiteSpace=wrap;html=1;" value="row lock&lt;br&gt;loan_application" vertex="1">
          <mxGeometry height="60" width="120" x="4069.5" y="1402.5" as="geometry" />
        </mxCell>
        <mxCell id="In8fDh9ZLN2M87an2Miy-124" edge="1" parent="1" source="In8fDh9ZLN2M87an2Miy-121" style="edgeStyle=orthogonalEdgeStyle;rounded=0;orthogonalLoop=1;jettySize=auto;html=1;" target="In8fDh9ZLN2M87an2Miy-123" value="">
          <mxGeometry relative="1" as="geometry" />
        </mxCell>
        <mxCell id="In8fDh9ZLN2M87an2Miy-125" edge="1" parent="1" source="In8fDh9ZLN2M87an2Miy-121" style="edgeStyle=orthogonalEdgeStyle;rounded=0;orthogonalLoop=1;jettySize=auto;html=1;entryX=0.5;entryY=0;entryDx=0;entryDy=0;" target="In8fDh9ZLN2M87an2Miy-69">
          <mxGeometry relative="1" as="geometry" />
        </mxCell>
        <mxCell id="In8fDh9ZLN2M87an2Miy-121" parent="1" style="rhombus;whiteSpace=wrap;html=1;" value="processed_at &lt;br&gt;is not null" vertex="1">
          <mxGeometry height="115" width="110" x="4249.5" y="1375" as="geometry" />
        </mxCell>
        <mxCell id="In8fDh9ZLN2M87an2Miy-123" parent="1" style="whiteSpace=wrap;html=1;" value="skip processing" vertex="1">
          <mxGeometry height="60" width="120" x="4434.5" y="1402.5" as="geometry" />
        </mxCell>
        <mxCell id="In8fDh9ZLN2M87an2Miy-216" edge="1" parent="1" source="In8fDh9ZLN2M87an2Miy-126" style="edgeStyle=orthogonalEdgeStyle;rounded=0;orthogonalLoop=1;jettySize=auto;html=1;entryX=0.5;entryY=0;entryDx=0;entryDy=0;" target="In8fDh9ZLN2M87an2Miy-214">
          <mxGeometry relative="1" as="geometry" />
        </mxCell>
        <mxCell id="In8fDh9ZLN2M87an2Miy-126" parent="1" style="whiteSpace=wrap;html=1;" value="polaris&lt;br&gt;/loan/&lt;span style=&quot;white-space: pre-wrap; color: rgb(33, 33, 33); font-family: Inter, system-ui, -apple-system, &amp;quot;system-ui&amp;quot;, &amp;quot;Segoe UI&amp;quot;, Roboto, Oxygen, Ubuntu, Cantarell, &amp;quot;Fira Sans&amp;quot;, &amp;quot;Droid Sans&amp;quot;, Helvetica, Arial, sans-serif; text-align: left; background-color: rgb(255, 255, 255);&quot;&gt;grantLoanNonCash&lt;/span&gt;" vertex="1">
          <mxGeometry height="60" width="157.38" x="4223.93" y="2440" as="geometry" />
        </mxCell>
        <mxCell id="In8fDh9ZLN2M87an2Miy-130" parent="1" style="rounded=0;whiteSpace=wrap;html=1;fontSize=21;" value="WHERE TO TRIGGER CGW???" vertex="1">
          <mxGeometry height="290" width="450.63" x="5420" y="2815" as="geometry" />
        </mxCell>
        <mxCell id="In8fDh9ZLN2M87an2Miy-133" edge="1" parent="1" source="In8fDh9ZLN2M87an2Miy-131" style="edgeStyle=orthogonalEdgeStyle;rounded=0;orthogonalLoop=1;jettySize=auto;html=1;" target="In8fDh9ZLN2M87an2Miy-88" value="">
          <mxGeometry relative="1" as="geometry" />
        </mxCell>
        <mxCell id="In8fDh9ZLN2M87an2Miy-131" parent="1" style="whiteSpace=wrap;html=1;" value="processed_at = now" vertex="1">
          <mxGeometry height="60" width="120" x="5616.37" y="1942.5" as="geometry" />
        </mxCell>
        <mxCell id="In8fDh9ZLN2M87an2Miy-141" edge="1" parent="1" source="In8fDh9ZLN2M87an2Miy-134" style="edgeStyle=orthogonalEdgeStyle;rounded=0;orthogonalLoop=1;jettySize=auto;html=1;entryX=0;entryY=0.5;entryDx=0;entryDy=0;" target="In8fDh9ZLN2M87an2Miy-139">
          <mxGeometry relative="1" as="geometry" />
        </mxCell>
        <mxCell id="In8fDh9ZLN2M87an2Miy-145" edge="1" parent="1" source="In8fDh9ZLN2M87an2Miy-134" style="edgeStyle=orthogonalEdgeStyle;rounded=0;orthogonalLoop=1;jettySize=auto;html=1;" target="In8fDh9ZLN2M87an2Miy-144" value="">
          <mxGeometry relative="1" as="geometry" />
        </mxCell>
        <mxCell id="In8fDh9ZLN2M87an2Miy-134" parent="1" style="rhombus;whiteSpace=wrap;html=1;" value="casa -&amp;gt; domestic (CGW)&lt;br&gt;exists?" vertex="1">
          <mxGeometry height="180" width="190" x="4860" y="2190" as="geometry" />
        </mxCell>
        <mxCell id="In8fDh9ZLN2M87an2Miy-142" edge="1" parent="1" source="In8fDh9ZLN2M87an2Miy-139" style="edgeStyle=orthogonalEdgeStyle;rounded=0;orthogonalLoop=1;jettySize=auto;html=1;entryX=0;entryY=0.5;entryDx=0;entryDy=0;" target="In8fDh9ZLN2M87an2Miy-113">
          <mxGeometry relative="1" as="geometry" />
        </mxCell>
        <mxCell id="In8fDh9ZLN2M87an2Miy-227" edge="1" parent="1" source="In8fDh9ZLN2M87an2Miy-139" style="edgeStyle=orthogonalEdgeStyle;rounded=0;orthogonalLoop=1;jettySize=auto;html=1;entryX=1;entryY=0.5;entryDx=0;entryDy=0;" target="In8fDh9ZLN2M87an2Miy-225">
          <mxGeometry relative="1" as="geometry">
            <Array as="points">
              <mxPoint x="5196" y="2460" />
            </Array>
          </mxGeometry>
        </mxCell>
        <mxCell id="In8fDh9ZLN2M87an2Miy-139" parent="1" style="rhombus;whiteSpace=wrap;html=1;" value="casa -&amp;gt; domestic (CGW)&lt;br&gt;amount match" vertex="1">
          <mxGeometry height="180" width="172.5" x="5110" y="2190" as="geometry" />
        </mxCell>
        <mxCell id="In8fDh9ZLN2M87an2Miy-147" edge="1" parent="1" source="In8fDh9ZLN2M87an2Miy-144" style="edgeStyle=orthogonalEdgeStyle;rounded=0;orthogonalLoop=1;jettySize=auto;html=1;" target="In8fDh9ZLN2M87an2Miy-146" value="">
          <mxGeometry relative="1" as="geometry" />
        </mxCell>
        <mxCell id="In8fDh9ZLN2M87an2Miy-144" parent="1" style="whiteSpace=wrap;html=1;" value="Trigger CGW" vertex="1">
          <mxGeometry height="60" width="120" x="4895" y="2510" as="geometry" />
        </mxCell>
        <mxCell id="In8fDh9ZLN2M87an2Miy-148" edge="1" parent="1" source="In8fDh9ZLN2M87an2Miy-146" style="edgeStyle=orthogonalEdgeStyle;rounded=0;orthogonalLoop=1;jettySize=auto;html=1;entryX=0.5;entryY=1;entryDx=0;entryDy=0;" target="In8fDh9ZLN2M87an2Miy-113">
          <mxGeometry relative="1" as="geometry" />
        </mxCell>
        <mxCell id="In8fDh9ZLN2M87an2Miy-150" edge="1" parent="1" source="In8fDh9ZLN2M87an2Miy-146" style="edgeStyle=orthogonalEdgeStyle;rounded=0;orthogonalLoop=1;jettySize=auto;html=1;" target="In8fDh9ZLN2M87an2Miy-149" value="">
          <mxGeometry relative="1" as="geometry" />
        </mxCell>
        <mxCell id="In8fDh9ZLN2M87an2Miy-146" parent="1" style="rhombus;whiteSpace=wrap;html=1;" value="200" vertex="1">
          <mxGeometry height="80" width="80" x="5115" y="2500" as="geometry" />
        </mxCell>
        <mxCell id="In8fDh9ZLN2M87an2Miy-149" parent="1" style="whiteSpace=wrap;html=1;" value="next_retry_at = now + 5min" vertex="1">
          <mxGeometry height="60" width="155" x="5077.5" y="2650" as="geometry" />
        </mxCell>
        <mxCell id="In8fDh9ZLN2M87an2Miy-176" edge="1" parent="1" source="In8fDh9ZLN2M87an2Miy-152" style="edgeStyle=orthogonalEdgeStyle;rounded=0;orthogonalLoop=1;jettySize=auto;html=1;" target="In8fDh9ZLN2M87an2Miy-175" value="">
          <mxGeometry relative="1" as="geometry" />
        </mxCell>
        <mxCell id="In8fDh9ZLN2M87an2Miy-244" edge="1" parent="1" source="In8fDh9ZLN2M87an2Miy-152" style="edgeStyle=orthogonalEdgeStyle;rounded=0;orthogonalLoop=1;jettySize=auto;html=1;entryX=0;entryY=0.5;entryDx=0;entryDy=0;" target="In8fDh9ZLN2M87an2Miy-162">
          <mxGeometry relative="1" as="geometry" />
        </mxCell>
        <mxCell id="In8fDh9ZLN2M87an2Miy-152" parent="1" style="rhombus;whiteSpace=wrap;html=1;" value="loan_application.amount &amp;lt;= line.available_amount" vertex="1">
          <mxGeometry height="190" width="230" x="1000" y="1040" as="geometry" />
        </mxCell>
        <mxCell id="In8fDh9ZLN2M87an2Miy-158" edge="1" parent="1" source="In8fDh9ZLN2M87an2Miy-247" style="edgeStyle=orthogonalEdgeStyle;rounded=0;orthogonalLoop=1;jettySize=auto;html=1;entryX=0;entryY=0.5;entryDx=0;entryDy=0;exitX=0.989;exitY=0.096;exitDx=0;exitDy=0;exitPerimeter=0;" target="In8fDh9ZLN2M87an2Miy-157">
          <mxGeometry relative="1" as="geometry">
            <mxPoint x="2300" y="1137.5714285714284" as="sourcePoint" />
          </mxGeometry>
        </mxCell>
        <mxCell id="In8fDh9ZLN2M87an2Miy-177" edge="1" parent="1" style="edgeStyle=orthogonalEdgeStyle;rounded=0;orthogonalLoop=1;jettySize=auto;html=1;entryX=0;entryY=0.5;entryDx=0;entryDy=0;">
          <mxGeometry relative="1" as="geometry">
            <Array as="points">
              <mxPoint x="2410" y="1424.5" />
            </Array>
            <mxPoint x="2410" y="1165" as="sourcePoint" />
            <mxPoint x="3129.5" y="1425" as="targetPoint" />
          </mxGeometry>
        </mxCell>
        <mxCell id="In8fDh9ZLN2M87an2Miy-192" connectable="0" parent="In8fDh9ZLN2M87an2Miy-177" style="edgeLabel;html=1;align=center;verticalAlign=middle;resizable=0;points=[];" value="return warning?,&lt;br&gt;row is not scheduler&#39;s task&lt;div&gt;&lt;br&gt;&lt;/div&gt;" vertex="1">
          <mxGeometry relative="1" x="-0.7641" as="geometry">
            <mxPoint y="1" as="offset" />
          </mxGeometry>
        </mxCell>
        <mxCell id="In8fDh9ZLN2M87an2Miy-157" parent="1" style="rhombus;whiteSpace=wrap;html=1;" value="all&lt;br&gt;200" vertex="1">
          <mxGeometry height="80" width="80" x="2370" y="1097.5" as="geometry" />
        </mxCell>
        <mxCell id="In8fDh9ZLN2M87an2Miy-243" edge="1" parent="1" source="In8fDh9ZLN2M87an2Miy-161" style="edgeStyle=orthogonalEdgeStyle;rounded=0;orthogonalLoop=1;jettySize=auto;html=1;entryX=0;entryY=0.5;entryDx=0;entryDy=0;" target="In8fDh9ZLN2M87an2Miy-152">
          <mxGeometry relative="1" as="geometry" />
        </mxCell>
        <mxCell id="In8fDh9ZLN2M87an2Miy-161" parent="1" style="rounded=0;whiteSpace=wrap;html=1;" value="loan account row lock" vertex="1">
          <mxGeometry height="60" width="145" x="735" y="1105" as="geometry" />
        </mxCell>
        <mxCell id="In8fDh9ZLN2M87an2Miy-165" edge="1" parent="1" source="In8fDh9ZLN2M87an2Miy-162" style="edgeStyle=orthogonalEdgeStyle;rounded=0;orthogonalLoop=1;jettySize=auto;html=1;" target="In8fDh9ZLN2M87an2Miy-12">
          <mxGeometry relative="1" as="geometry" />
        </mxCell>
        <mxCell id="In8fDh9ZLN2M87an2Miy-162" parent="1" style="rounded=0;whiteSpace=wrap;html=1;" value="&lt;span style=&quot;font-weight: 700; text-align: left;&quot;&gt;ROWLOCK - loan_limits.held_amount += amount&lt;/span&gt;" vertex="1">
          <mxGeometry height="60" width="215" x="1345" y="1105" as="geometry" />
        </mxCell>
        <mxCell id="In8fDh9ZLN2M87an2Miy-184" edge="1" parent="1" source="In8fDh9ZLN2M87an2Miy-166" style="edgeStyle=orthogonalEdgeStyle;rounded=0;orthogonalLoop=1;jettySize=auto;html=1;" target="In8fDh9ZLN2M87an2Miy-183" value="">
          <mxGeometry relative="1" as="geometry" />
        </mxCell>
        <mxCell id="In8fDh9ZLN2M87an2Miy-166" parent="1" style="swimlane;fontStyle=0;childLayout=stackLayout;horizontal=1;startSize=30;horizontalStack=0;resizeParent=1;resizeParentMax=0;resizeLast=0;collapsible=1;marginBottom=0;whiteSpace=wrap;html=1;" value="Loan issued" vertex="1">
          <mxGeometry height="150" width="210" x="2590" y="1115" as="geometry" />
        </mxCell>
        <mxCell id="In8fDh9ZLN2M87an2Miy-167" parent="In8fDh9ZLN2M87an2Miy-166" style="text;strokeColor=none;fillColor=none;align=left;verticalAlign=middle;spacingLeft=4;spacingRight=4;overflow=hidden;points=[[0,0.5],[1,0.5]];portConstraint=eastwest;rotatable=0;whiteSpace=wrap;html=1;" value="loan_application = approved" vertex="1">
          <mxGeometry height="30" width="210" y="30" as="geometry" />
        </mxCell>
        <mxCell id="In8fDh9ZLN2M87an2Miy-168" parent="In8fDh9ZLN2M87an2Miy-166" style="text;strokeColor=none;fillColor=none;align=left;verticalAlign=middle;spacingLeft=4;spacingRight=4;overflow=hidden;points=[[0,0.5],[1,0.5]];portConstraint=eastwest;rotatable=0;whiteSpace=wrap;html=1;" value="create loan" vertex="1">
          <mxGeometry height="30" width="210" y="60" as="geometry" />
        </mxCell>
        <mxCell id="In8fDh9ZLN2M87an2Miy-169" parent="In8fDh9ZLN2M87an2Miy-166" style="text;strokeColor=none;fillColor=none;align=left;verticalAlign=middle;spacingLeft=4;spacingRight=4;overflow=hidden;points=[[0,0.5],[1,0.5]];portConstraint=eastwest;rotatable=0;whiteSpace=wrap;html=1;" value="release lock" vertex="1">
          <mxGeometry height="30" width="210" y="90" as="geometry" />
        </mxCell>
        <mxCell id="In8fDh9ZLN2M87an2Miy-191" parent="In8fDh9ZLN2M87an2Miy-166" style="text;strokeColor=none;fillColor=none;align=left;verticalAlign=middle;spacingLeft=4;spacingRight=4;overflow=hidden;points=[[0,0.5],[1,0.5]];portConstraint=eastwest;rotatable=0;whiteSpace=wrap;html=1;" value="processed_at = now" vertex="1">
          <mxGeometry height="30" width="210" y="120" as="geometry" />
        </mxCell>
        <mxCell id="In8fDh9ZLN2M87an2Miy-170" edge="1" parent="1" source="In8fDh9ZLN2M87an2Miy-157" style="edgeStyle=orthogonalEdgeStyle;rounded=0;orthogonalLoop=1;jettySize=auto;html=1;entryX=0.003;entryY=0.156;entryDx=0;entryDy=0;entryPerimeter=0;" target="In8fDh9ZLN2M87an2Miy-166">
          <mxGeometry relative="1" as="geometry" />
        </mxCell>
        <mxCell id="In8fDh9ZLN2M87an2Miy-174" parent="1" style="text;html=1;whiteSpace=wrap;strokeColor=none;fillColor=none;align=center;verticalAlign=middle;rounded=0;" value="&lt;div style=&quot;background-color:#ffffff;color:#080808&quot;&gt;&lt;pre style=&quot;font-family:&#39;JetBrains Mono&#39;,monospace;font-size:9.8pt;&quot;&gt;&lt;span style=&quot;color:#9e880d;&quot;&gt;@Transactional&lt;/span&gt;(propagation = &lt;span style=&quot;color:#000000;&quot;&gt;Propagation&lt;/span&gt;.&lt;span style=&quot;color:#871094;font-style:italic;&quot;&gt;REQUIRES_NEW&lt;/span&gt;)&lt;/pre&gt;&lt;/div&gt;" vertex="1">
          <mxGeometry height="30" width="240" x="1010" y="980" as="geometry" />
        </mxCell>
        <mxCell id="In8fDh9ZLN2M87an2Miy-175" parent="1" style="whiteSpace=wrap;html=1;" value="Rollback, return error" vertex="1">
          <mxGeometry height="60" width="132.5" x="1048.75" y="1352.5" as="geometry" />
        </mxCell>
        <mxCell id="In8fDh9ZLN2M87an2Miy-186" edge="1" parent="1" source="In8fDh9ZLN2M87an2Miy-183" style="edgeStyle=orthogonalEdgeStyle;rounded=0;orthogonalLoop=1;jettySize=auto;html=1;" target="In8fDh9ZLN2M87an2Miy-185" value="">
          <mxGeometry relative="1" as="geometry" />
        </mxCell>
        <mxCell id="In8fDh9ZLN2M87an2Miy-187" edge="1" parent="1" source="In8fDh9ZLN2M87an2Miy-183" style="edgeStyle=orthogonalEdgeStyle;rounded=0;orthogonalLoop=1;jettySize=auto;html=1;" target="In8fDh9ZLN2M87an2Miy-105">
          <mxGeometry relative="1" as="geometry">
            <Array as="points">
              <mxPoint x="2995" y="1427" />
            </Array>
          </mxGeometry>
        </mxCell>
        <mxCell id="In8fDh9ZLN2M87an2Miy-195" connectable="0" parent="In8fDh9ZLN2M87an2Miy-187" style="edgeLabel;html=1;align=center;verticalAlign=middle;resizable=0;points=[];" value="return warning?,&lt;br&gt;row is not scheduler&#39;s task&lt;div&gt;&lt;br&gt;&lt;/div&gt;" vertex="1">
          <mxGeometry relative="1" x="-0.5656" y="1" as="geometry">
            <mxPoint as="offset" />
          </mxGeometry>
        </mxCell>
        <mxCell id="In8fDh9ZLN2M87an2Miy-183" parent="1" style="rhombus;whiteSpace=wrap;html=1;fontStyle=0;startSize=30;horizontal=1;" value="db transaction success?" vertex="1">
          <mxGeometry height="135" width="130" x="2930" y="1122.5" as="geometry" />
        </mxCell>
        <mxCell id="In8fDh9ZLN2M87an2Miy-185" parent="1" style="whiteSpace=wrap;html=1;fontStyle=0;startSize=30;horizontal=1;" value="return success to client" vertex="1">
          <mxGeometry height="60" width="120" x="3145" y="1160" as="geometry" />
        </mxCell>
        <mxCell id="In8fDh9ZLN2M87an2Miy-189" parent="1" style="text;html=1;whiteSpace=wrap;strokeColor=none;fillColor=none;align=center;verticalAlign=middle;rounded=0;fontSize=26;" value="&lt;div style=&quot;background-color:#ffffff;color:#080808&quot;&gt;&lt;pre style=&quot;font-family: &amp;quot;JetBrains Mono&amp;quot;, monospace;&quot;&gt;&lt;span style=&quot;color:#9e880d;&quot;&gt;@Transactional&lt;/span&gt;(propagation = &lt;span style=&quot;color:#000000;&quot;&gt;Propagation&lt;/span&gt;.&lt;span style=&quot;color:#871094;font-style:italic;&quot;&gt;REQUIRES_NEW&lt;/span&gt;)&lt;/pre&gt;&lt;/div&gt;" vertex="1">
          <mxGeometry height="30" width="240" x="4918.87" y="1265" as="geometry" />
        </mxCell>
        <mxCell id="In8fDh9ZLN2M87an2Miy-198" parent="1" style="text;html=1;whiteSpace=wrap;strokeColor=none;fillColor=none;align=center;verticalAlign=middle;rounded=0;fontSize=32;" value="BNPL request flow" vertex="1">
          <mxGeometry height="30" width="470" x="-80" y="2930" as="geometry" />
        </mxCell>
        <mxCell id="In8fDh9ZLN2M87an2Miy-199" edge="1" parent="1" source="In8fDh9ZLN2M87an2Miy-200" style="edgeStyle=orthogonalEdgeStyle;rounded=0;orthogonalLoop=1;jettySize=auto;html=1;" target="In8fDh9ZLN2M87an2Miy-202" value="">
          <mxGeometry relative="1" as="geometry" />
        </mxCell>
        <mxCell id="In8fDh9ZLN2M87an2Miy-200" parent="1" style="shape=umlActor;verticalLabelPosition=bottom;verticalAlign=top;html=1;outlineConnect=0;" value="Actor" vertex="1">
          <mxGeometry height="60" width="30" x="20" y="3135" as="geometry" />
        </mxCell>
        <mxCell id="In8fDh9ZLN2M87an2Miy-201" edge="1" parent="1" source="In8fDh9ZLN2M87an2Miy-202" style="edgeStyle=orthogonalEdgeStyle;rounded=0;orthogonalLoop=1;jettySize=auto;html=1;entryX=0.011;entryY=0.06;entryDx=0;entryDy=0;entryPerimeter=0;" target="In8fDh9ZLN2M87an2Miy-209" value="">
          <mxGeometry relative="1" as="geometry">
            <mxPoint x="440" y="3165" as="targetPoint" />
          </mxGeometry>
        </mxCell>
        <mxCell id="In8fDh9ZLN2M87an2Miy-202" parent="1" style="whiteSpace=wrap;html=1;verticalAlign=top;" value="&lt;div&gt;&lt;br&gt;&lt;/div&gt;&lt;div&gt;One tap loan&lt;/div&gt;" vertex="1">
          <mxGeometry height="60" width="120" x="230" y="3135" as="geometry" />
        </mxCell>
        <mxCell id="In8fDh9ZLN2M87an2Miy-203" edge="1" parent="1" source="In8fDh9ZLN2M87an2Miy-205" style="edgeStyle=orthogonalEdgeStyle;rounded=0;orthogonalLoop=1;jettySize=auto;html=1;" target="In8fDh9ZLN2M87an2Miy-206" value="">
          <mxGeometry relative="1" as="geometry" />
        </mxCell>
        <mxCell id="In8fDh9ZLN2M87an2Miy-204" connectable="0" parent="In8fDh9ZLN2M87an2Miy-203" style="edgeLabel;html=1;align=center;verticalAlign=middle;resizable=0;points=[];" value="0" vertex="1">
          <mxGeometry relative="1" x="-0.2091" y="-1" as="geometry">
            <mxPoint as="offset" />
          </mxGeometry>
        </mxCell>
        <mxCell id="In8fDh9ZLN2M87an2Miy-213" edge="1" parent="1" source="In8fDh9ZLN2M87an2Miy-205" style="edgeStyle=orthogonalEdgeStyle;rounded=0;orthogonalLoop=1;jettySize=auto;html=1;" target="In8fDh9ZLN2M87an2Miy-212" value="">
          <mxGeometry relative="1" as="geometry" />
        </mxCell>
        <mxCell id="In8fDh9ZLN2M87an2Miy-205" parent="1" style="rhombus;whiteSpace=wrap;html=1;verticalAlign=top;" value="&lt;br&gt;&lt;br&gt;&lt;div&gt;&lt;br&gt;&lt;/div&gt;&lt;div&gt;Loan validation&lt;br&gt;success&lt;/div&gt;" vertex="1">
          <mxGeometry height="120" width="140" x="720" y="3105" as="geometry" />
        </mxCell>
        <mxCell id="In8fDh9ZLN2M87an2Miy-206" parent="1" style="whiteSpace=wrap;html=1;verticalAlign=middle;" value="Return err message" vertex="1">
          <mxGeometry height="60" width="120" x="730" y="3305" as="geometry" />
        </mxCell>
        <mxCell id="In8fDh9ZLN2M87an2Miy-207" edge="1" parent="1" source="In8fDh9ZLN2M87an2Miy-208" style="edgeStyle=orthogonalEdgeStyle;rounded=0;orthogonalLoop=1;jettySize=auto;html=1;entryX=0;entryY=0.5;entryDx=0;entryDy=0;" target="In8fDh9ZLN2M87an2Miy-205">
          <mxGeometry relative="1" as="geometry" />
        </mxCell>
        <mxCell id="In8fDh9ZLN2M87an2Miy-208" parent="1" style="swimlane;fontStyle=0;childLayout=stackLayout;horizontal=1;startSize=30;horizontalStack=0;resizeParent=1;resizeParentMax=0;resizeLast=0;collapsible=1;marginBottom=0;whiteSpace=wrap;html=1;" value="Validations" vertex="1">
          <mxGeometry height="120" width="140" x="460" y="3135" as="geometry" />
        </mxCell>
        <mxCell id="In8fDh9ZLN2M87an2Miy-209" parent="In8fDh9ZLN2M87an2Miy-208" style="text;strokeColor=none;fillColor=none;align=left;verticalAlign=middle;spacingLeft=4;spacingRight=4;overflow=hidden;points=[[0,0.5],[1,0.5]];portConstraint=eastwest;rotatable=0;whiteSpace=wrap;html=1;" value="user status" vertex="1">
          <mxGeometry height="30" width="140" y="30" as="geometry" />
        </mxCell>
        <mxCell id="In8fDh9ZLN2M87an2Miy-210" parent="In8fDh9ZLN2M87an2Miy-208" style="text;strokeColor=none;fillColor=none;align=left;verticalAlign=middle;spacingLeft=4;spacingRight=4;overflow=hidden;points=[[0,0.5],[1,0.5]];portConstraint=eastwest;rotatable=0;whiteSpace=wrap;html=1;" value="kyc status" vertex="1">
          <mxGeometry height="30" width="140" y="60" as="geometry" />
        </mxCell>
        <mxCell id="In8fDh9ZLN2M87an2Miy-211" parent="In8fDh9ZLN2M87an2Miy-208" style="text;strokeColor=none;fillColor=none;align=left;verticalAlign=middle;spacingLeft=4;spacingRight=4;overflow=hidden;points=[[0,0.5],[1,0.5]];portConstraint=eastwest;rotatable=0;whiteSpace=wrap;html=1;" value="loan limit status" vertex="1">
          <mxGeometry height="30" width="140" y="90" as="geometry" />
        </mxCell>
        <mxCell id="In8fDh9ZLN2M87an2Miy-212" parent="1" style="whiteSpace=wrap;html=1;verticalAlign=middle;" value="Same as one-tap ??" vertex="1">
          <mxGeometry height="60" width="120" x="950" y="3135" as="geometry" />
        </mxCell>
        <mxCell id="In8fDh9ZLN2M87an2Miy-218" edge="1" parent="1" source="In8fDh9ZLN2M87an2Miy-214" style="edgeStyle=orthogonalEdgeStyle;rounded=0;orthogonalLoop=1;jettySize=auto;html=1;entryX=0;entryY=0.5;entryDx=0;entryDy=0;" target="In8fDh9ZLN2M87an2Miy-134">
          <mxGeometry relative="1" as="geometry">
            <Array as="points">
              <mxPoint x="4860" y="2630" />
            </Array>
          </mxGeometry>
        </mxCell>
        <mxCell id="In8fDh9ZLN2M87an2Miy-221" edge="1" parent="1" source="In8fDh9ZLN2M87an2Miy-214" style="edgeStyle=orthogonalEdgeStyle;rounded=0;orthogonalLoop=1;jettySize=auto;html=1;entryX=0;entryY=0.5;entryDx=0;entryDy=0;" target="In8fDh9ZLN2M87an2Miy-149">
          <mxGeometry relative="1" as="geometry">
            <Array as="points">
              <mxPoint x="4303" y="2680" />
            </Array>
          </mxGeometry>
        </mxCell>
        <mxCell id="In8fDh9ZLN2M87an2Miy-214" parent="1" style="rhombus;whiteSpace=wrap;html=1;" value="200" vertex="1">
          <mxGeometry height="80" width="80" x="4262.62" y="2590" as="geometry" />
        </mxCell>
        <mxCell id="In8fDh9ZLN2M87an2Miy-223" edge="1" parent="1" source="In8fDh9ZLN2M87an2Miy-222" style="edgeStyle=orthogonalEdgeStyle;rounded=0;orthogonalLoop=1;jettySize=auto;html=1;" target="In8fDh9ZLN2M87an2Miy-134">
          <mxGeometry relative="1" as="geometry" />
        </mxCell>
        <mxCell id="In8fDh9ZLN2M87an2Miy-226" edge="1" parent="1" source="In8fDh9ZLN2M87an2Miy-222" style="edgeStyle=orthogonalEdgeStyle;rounded=0;orthogonalLoop=1;jettySize=auto;html=1;" target="In8fDh9ZLN2M87an2Miy-225" value="">
          <mxGeometry relative="1" as="geometry" />
        </mxCell>
        <mxCell id="In8fDh9ZLN2M87an2Miy-222" parent="1" style="rhombus;whiteSpace=wrap;html=1;" value="loan -&amp;gt; casa &lt;br&gt;amount match" vertex="1">
          <mxGeometry height="156.25" width="155" x="4561.37" y="2201.88" as="geometry" />
        </mxCell>
        <mxCell id="In8fDh9ZLN2M87an2Miy-225" parent="1" style="whiteSpace=wrap;html=1;" value="status = manual_review??" vertex="1">
          <mxGeometry height="60" width="120" x="4578.87" y="2429.995" as="geometry" />
        </mxCell>
        <mxCell id="In8fDh9ZLN2M87an2Miy-234" edge="1" parent="1" source="In8fDh9ZLN2M87an2Miy-228" style="edgeStyle=orthogonalEdgeStyle;rounded=0;orthogonalLoop=1;jettySize=auto;html=1;" target="In8fDh9ZLN2M87an2Miy-233" value="">
          <mxGeometry relative="1" as="geometry" />
        </mxCell>
        <mxCell id="In8fDh9ZLN2M87an2Miy-245" edge="1" parent="1" source="In8fDh9ZLN2M87an2Miy-228" style="edgeStyle=orthogonalEdgeStyle;rounded=0;orthogonalLoop=1;jettySize=auto;html=1;entryX=0;entryY=0.5;entryDx=0;entryDy=0;" target="In8fDh9ZLN2M87an2Miy-161">
          <mxGeometry relative="1" as="geometry" />
        </mxCell>
        <mxCell id="In8fDh9ZLN2M87an2Miy-228" parent="1" style="rhombus;whiteSpace=wrap;html=1;" value="Polaris&lt;br&gt;/line/&lt;span style=&quot;color: rgb(33, 33, 33); font-family: Inter, system-ui, -apple-system, &amp;quot;system-ui&amp;quot;, &amp;quot;Segoe UI&amp;quot;, Roboto, Oxygen, Ubuntu, Cantarell, &amp;quot;Fira Sans&amp;quot;, &amp;quot;Droid Sans&amp;quot;, Helvetica, Arial, sans-serif; text-align: left; white-space: pre-wrap; background-color: rgb(255, 255, 255);&quot;&gt;getAccountDetail&lt;/span&gt;&lt;br&gt;200" vertex="1">
          <mxGeometry height="225" width="260" x="190" y="1020" as="geometry" />
        </mxCell>
        <mxCell id="In8fDh9ZLN2M87an2Miy-236" edge="1" parent="1" source="In8fDh9ZLN2M87an2Miy-233" style="edgeStyle=orthogonalEdgeStyle;rounded=0;orthogonalLoop=1;jettySize=auto;html=1;" target="In8fDh9ZLN2M87an2Miy-235" value="">
          <mxGeometry relative="1" as="geometry" />
        </mxCell>
        <mxCell id="In8fDh9ZLN2M87an2Miy-242" edge="1" parent="1" source="In8fDh9ZLN2M87an2Miy-233" style="edgeStyle=orthogonalEdgeStyle;rounded=0;orthogonalLoop=1;jettySize=auto;html=1;entryX=0;entryY=0.5;entryDx=0;entryDy=0;" target="In8fDh9ZLN2M87an2Miy-241" value="">
          <mxGeometry relative="1" as="geometry">
            <mxPoint x="390" y="1372.5" as="targetPoint" />
          </mxGeometry>
        </mxCell>
        <mxCell id="In8fDh9ZLN2M87an2Miy-233" parent="1" style="rhombus;whiteSpace=wrap;html=1;" value="501" vertex="1">
          <mxGeometry height="80" width="80" x="280" y="1332.5" as="geometry" />
        </mxCell>
        <mxCell id="In8fDh9ZLN2M87an2Miy-238" edge="1" parent="1" source="In8fDh9ZLN2M87an2Miy-235" style="edgeStyle=orthogonalEdgeStyle;rounded=0;orthogonalLoop=1;jettySize=auto;html=1;entryX=0;entryY=0.5;entryDx=0;entryDy=0;" target="In8fDh9ZLN2M87an2Miy-237" value="">
          <mxGeometry relative="1" as="geometry">
            <mxPoint x="460" y="1555" as="targetPoint" />
          </mxGeometry>
        </mxCell>
        <mxCell id="In8fDh9ZLN2M87an2Miy-240" edge="1" parent="1" source="In8fDh9ZLN2M87an2Miy-235" style="edgeStyle=orthogonalEdgeStyle;rounded=0;orthogonalLoop=1;jettySize=auto;html=1;" target="In8fDh9ZLN2M87an2Miy-239" value="">
          <mxGeometry relative="1" as="geometry" />
        </mxCell>
        <mxCell id="In8fDh9ZLN2M87an2Miy-235" parent="1" style="rhombus;whiteSpace=wrap;html=1;" value="timeout, http err" vertex="1">
          <mxGeometry height="125" width="120" x="260" y="1492.5" as="geometry" />
        </mxCell>
        <mxCell id="In8fDh9ZLN2M87an2Miy-237" parent="1" style="whiteSpace=wrap;html=1;" value="return err msg&lt;br&gt;try again" vertex="1">
          <mxGeometry height="60" width="120" x="480" y="1525" as="geometry" />
        </mxCell>
        <mxCell id="In8fDh9ZLN2M87an2Miy-239" parent="1" style="whiteSpace=wrap;html=1;" value="return err msg&lt;br&gt;try again?" vertex="1">
          <mxGeometry height="60" width="120" x="260" y="1730" as="geometry" />
        </mxCell>
        <mxCell id="In8fDh9ZLN2M87an2Miy-241" parent="1" style="whiteSpace=wrap;html=1;" value="return err msg" vertex="1">
          <mxGeometry height="60" width="120" x="460" y="1345" as="geometry" />
        </mxCell>
        <mxCell id="In8fDh9ZLN2M87an2Miy-247" parent="1" style="swimlane;fontStyle=0;childLayout=stackLayout;horizontal=1;startSize=30;horizontalStack=0;resizeParent=1;resizeParentMax=0;resizeLast=0;collapsible=1;marginBottom=0;whiteSpace=wrap;html=1;" value="Call Polaris APIs in order:" vertex="1">
          <mxGeometry height="210" width="210" x="2090" y="1115" as="geometry" />
        </mxCell>
        <mxCell id="In8fDh9ZLN2M87an2Miy-248" parent="In8fDh9ZLN2M87an2Miy-247" style="text;strokeColor=none;fillColor=none;align=left;verticalAlign=middle;spacingLeft=4;spacingRight=4;overflow=hidden;points=[[0,0.5],[1,0.5]];portConstraint=eastwest;rotatable=0;whiteSpace=wrap;html=1;" value="&lt;span style=&quot;text-align: center;&quot;&gt;/loan/createAccount&lt;/span&gt;" vertex="1">
          <mxGeometry height="30" width="210" y="30" as="geometry" />
        </mxCell>
-         <mxCell id="In8fDh9ZLN2M87an2Miy-249" parent="In8fDh9ZLN2M87an2Miy-247" style="text;strokeColor=none;fillColor=none;align=left;verticalAlign=middle;spacingLeft=4;spacingRight=4;overflow=hidden;points=[[0,0.5],[1,0.5]];portConstraint=eastwest;rotatable=0;whiteSpace=wrap;html=1;" value="&lt;span style=&quot;text-align: center;&quot;&gt;/loan/openAccount&lt;/span&gt;" vertex="1">
+         <mxCell id="In8fDh9ZLN2M87an2Miy-249" parent="In8fDh9ZLN2M87an2Miy-247" style="text;strokeColor=none;fillColor=none;align=left;verticalAlign=middle;spacingLeft=4;spacingRight=4;overflow=hidden;points=[[0,0.5],[1,0.5]];portConstraint=eastwest;rotatable=0;whiteSpace=wrap;html=1;" value="&lt;span style=&quot;text-align: center; background-color: light-dark(#ffffff, var(--ge-dark-color, #121212));&quot;&gt;/loan/openAccount&lt;/span&gt;" vertex="1">
          <mxGeometry height="30" width="210" y="60" as="geometry" />
        </mxCell>
        <mxCell id="In8fDh9ZLN2M87an2Miy-250" parent="In8fDh9ZLN2M87an2Miy-247" style="text;strokeColor=none;fillColor=none;align=left;verticalAlign=middle;spacingLeft=4;spacingRight=4;overflow=hidden;points=[[0,0.5],[1,0.5]];portConstraint=eastwest;rotatable=0;whiteSpace=wrap;html=1;" value="&lt;span style=&quot;text-align: center;&quot;&gt;/loan/&lt;/span&gt;&lt;span style=&quot;background-color: rgb(252, 246, 219); color: rgb(0, 0, 0); font-family: &amp;quot;Anonymous Pro&amp;quot;, Menlo, Consolas, &amp;quot;Bitstream Vera Sans Mono&amp;quot;, &amp;quot;Courier New&amp;quot;, monospace; font-size: 0.9em;&quot;&gt;createNrsSchedule&lt;/span&gt;" vertex="1">
          <mxGeometry height="30" width="210" y="90" as="geometry" />
        </mxCell>
-         <mxCell id="In8fDh9ZLN2M87an2Miy-251" parent="In8fDh9ZLN2M87an2Miy-247" style="text;strokeColor=none;fillColor=none;align=left;verticalAlign=middle;spacingLeft=4;spacingRight=4;overflow=hidden;points=[[0,0.5],[1,0.5]];portConstraint=eastwest;rotatable=0;whiteSpace=wrap;html=1;" value="&lt;span style=&quot;text-align: center;&quot;&gt;/loan/&lt;/span&gt;&lt;span style=&quot;white-space: pre-wrap; color: rgb(33, 33, 33); font-family: Inter, system-ui, -apple-system, &amp;quot;system-ui&amp;quot;, &amp;quot;Segoe UI&amp;quot;, Roboto, Oxygen, Ubuntu, Cantarell, &amp;quot;Fira Sans&amp;quot;, &amp;quot;Droid Sans&amp;quot;, Helvetica, Arial, sans-serif; background-color: rgb(255, 255, 255);&quot;&gt;grantLoanNonCash&lt;/span&gt;" vertex="1">
+         <mxCell id="In8fDh9ZLN2M87an2Miy-251" parent="In8fDh9ZLN2M87an2Miy-247" style="text;strokeColor=none;fillColor=none;align=left;verticalAlign=middle;spacingLeft=4;spacingRight=4;overflow=hidden;points=[[0,0.5],[1,0.5]];portConstraint=eastwest;rotatable=0;whiteSpace=wrap;html=1;" value="&lt;span style=&quot;font-family: &amp;quot;Anonymous Pro&amp;quot;, Menlo, Consolas, &amp;quot;Bitstream Vera Sans Mono&amp;quot;, &amp;quot;Courier New&amp;quot;, monospace; font-size: 10.8px; white-space: pre-wrap;&quot;&gt;&lt;font style=&quot;color: light-dark(rgb(237, 237, 237), rgb(255, 255, 255));&quot;&gt;/line/linkLineAccountToLoan&lt;/font&gt;&lt;/span&gt;" vertex="1">
          <mxGeometry height="30" width="210" y="120" as="geometry" />
        </mxCell>
-         <mxCell id="In8fDh9ZLN2M87an2Miy-252" parent="In8fDh9ZLN2M87an2Miy-247" style="text;strokeColor=none;fillColor=none;align=left;verticalAlign=middle;spacingLeft=4;spacingRight=4;overflow=hidden;points=[[0,0.5],[1,0.5]];portConstraint=eastwest;rotatable=0;whiteSpace=wrap;html=1;" value="&lt;span style=&quot;white-space: pre-wrap; background-color: rgb(252, 246, 219); color: rgb(0, 0, 0); font-family: &amp;quot;Anonymous Pro&amp;quot;, Menlo, Consolas, &amp;quot;Bitstream Vera Sans Mono&amp;quot;, &amp;quot;Courier New&amp;quot;, monospace; font-size: 0.9em;&quot;&gt;/line/linkLineAccountToLoan&lt;/span&gt;" vertex="1">
+         <mxCell id="In8fDh9ZLN2M87an2Miy-256" parent="In8fDh9ZLN2M87an2Miy-247" style="text;strokeColor=none;fillColor=none;align=left;verticalAlign=middle;spacingLeft=4;spacingRight=4;overflow=hidden;points=[[0,0.5],[1,0.5]];portConstraint=eastwest;rotatable=0;whiteSpace=wrap;html=1;" value="&lt;span style=&quot;text-align: center;&quot;&gt;/loan/&lt;/span&gt;&lt;span style=&quot;white-space: pre-wrap; color: rgb(33, 33, 33); font-family: Inter, system-ui, -apple-system, &amp;quot;system-ui&amp;quot;, &amp;quot;Segoe UI&amp;quot;, Roboto, Oxygen, Ubuntu, Cantarell, &amp;quot;Fira Sans&amp;quot;, &amp;quot;Droid Sans&amp;quot;, Helvetica, Arial, sans-serif; background-color: rgb(255, 255, 255);&quot;&gt;grantLoanNonCash&lt;/span&gt;" vertex="1">
          <mxGeometry height="30" width="210" y="150" as="geometry" />
        </mxCell>
-         <mxCell id="In8fDh9ZLN2M87an2Miy-255" parent="In8fDh9ZLN2M87an2Miy-247" style="text;strokeColor=none;fillColor=none;align=left;verticalAlign=middle;spacingLeft=4;spacingRight=4;overflow=hidden;points=[[0,0.5],[1,0.5]];portConstraint=eastwest;rotatable=0;whiteSpace=wrap;html=1;" value="&lt;font color=&quot;#bcbcbc&quot; face=&quot;Inter, system-ui, -apple-system, system-ui, Segoe UI, Roboto, Oxygen, Ubuntu, Cantarell, Fira Sans, Droid Sans, Helvetica, Arial, sans-serif&quot;&gt;&lt;span style=&quot;white-space-collapse: preserve; background-color: rgb(33, 27, 4);&quot;&gt;CGW Trigger&lt;/span&gt;&lt;/font&gt;" vertex="1">
+         <mxCell id="In8fDh9ZLN2M87an2Miy-255" parent="In8fDh9ZLN2M87an2Miy-247" style="text;strokeColor=none;fillColor=none;align=left;verticalAlign=middle;spacingLeft=4;spacingRight=4;overflow=hidden;points=[[0,0.5],[1,0.5]];portConstraint=eastwest;rotatable=0;whiteSpace=wrap;html=1;" value="&lt;font face=&quot;Inter, system-ui, -apple-system, system-ui, Segoe UI, Roboto, Oxygen, Ubuntu, Cantarell, Fira Sans, Droid Sans, Helvetica, Arial, sans-serif&quot; style=&quot;color: light-dark(rgb(188, 188, 188), rgb(255, 255, 255));&quot;&gt;&lt;span style=&quot;white-space-collapse: preserve;&quot;&gt;CGW Trigger&lt;/span&gt;&lt;/font&gt;" vertex="1">
          <mxGeometry height="30" width="210" y="180" as="geometry" />
        </mxCell>
      </root>
    </mxGraphModel>
  </diagram>
</mxfile>
